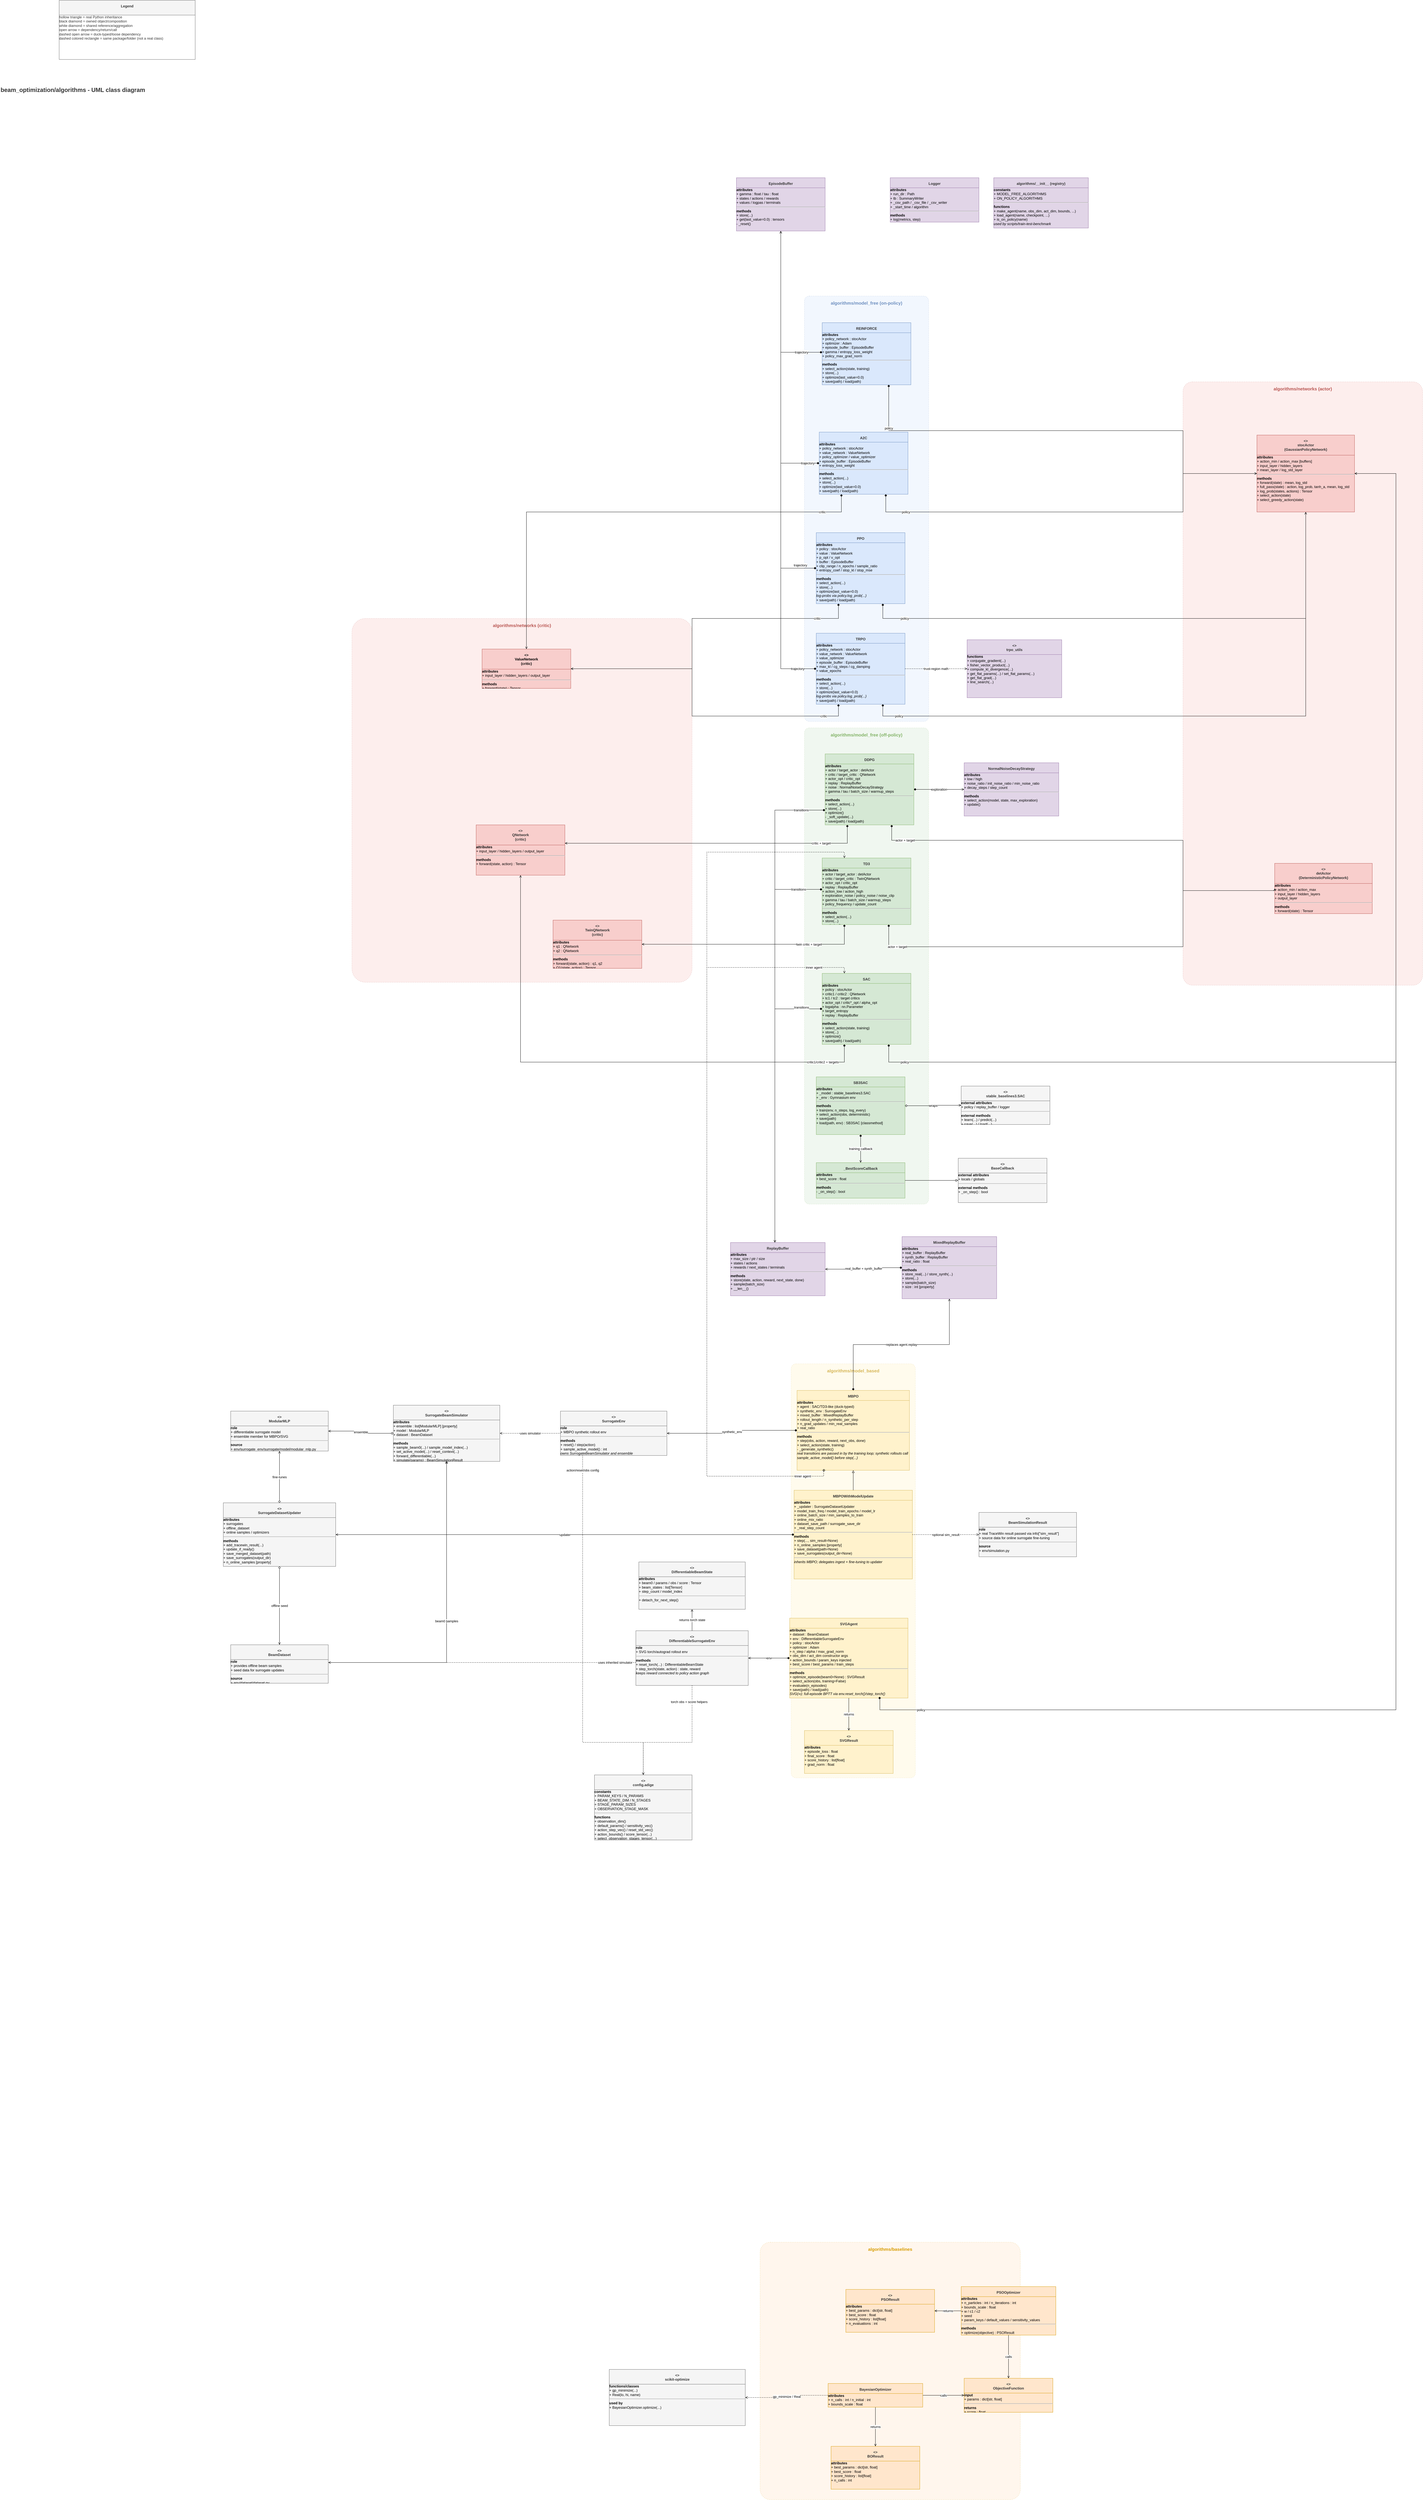
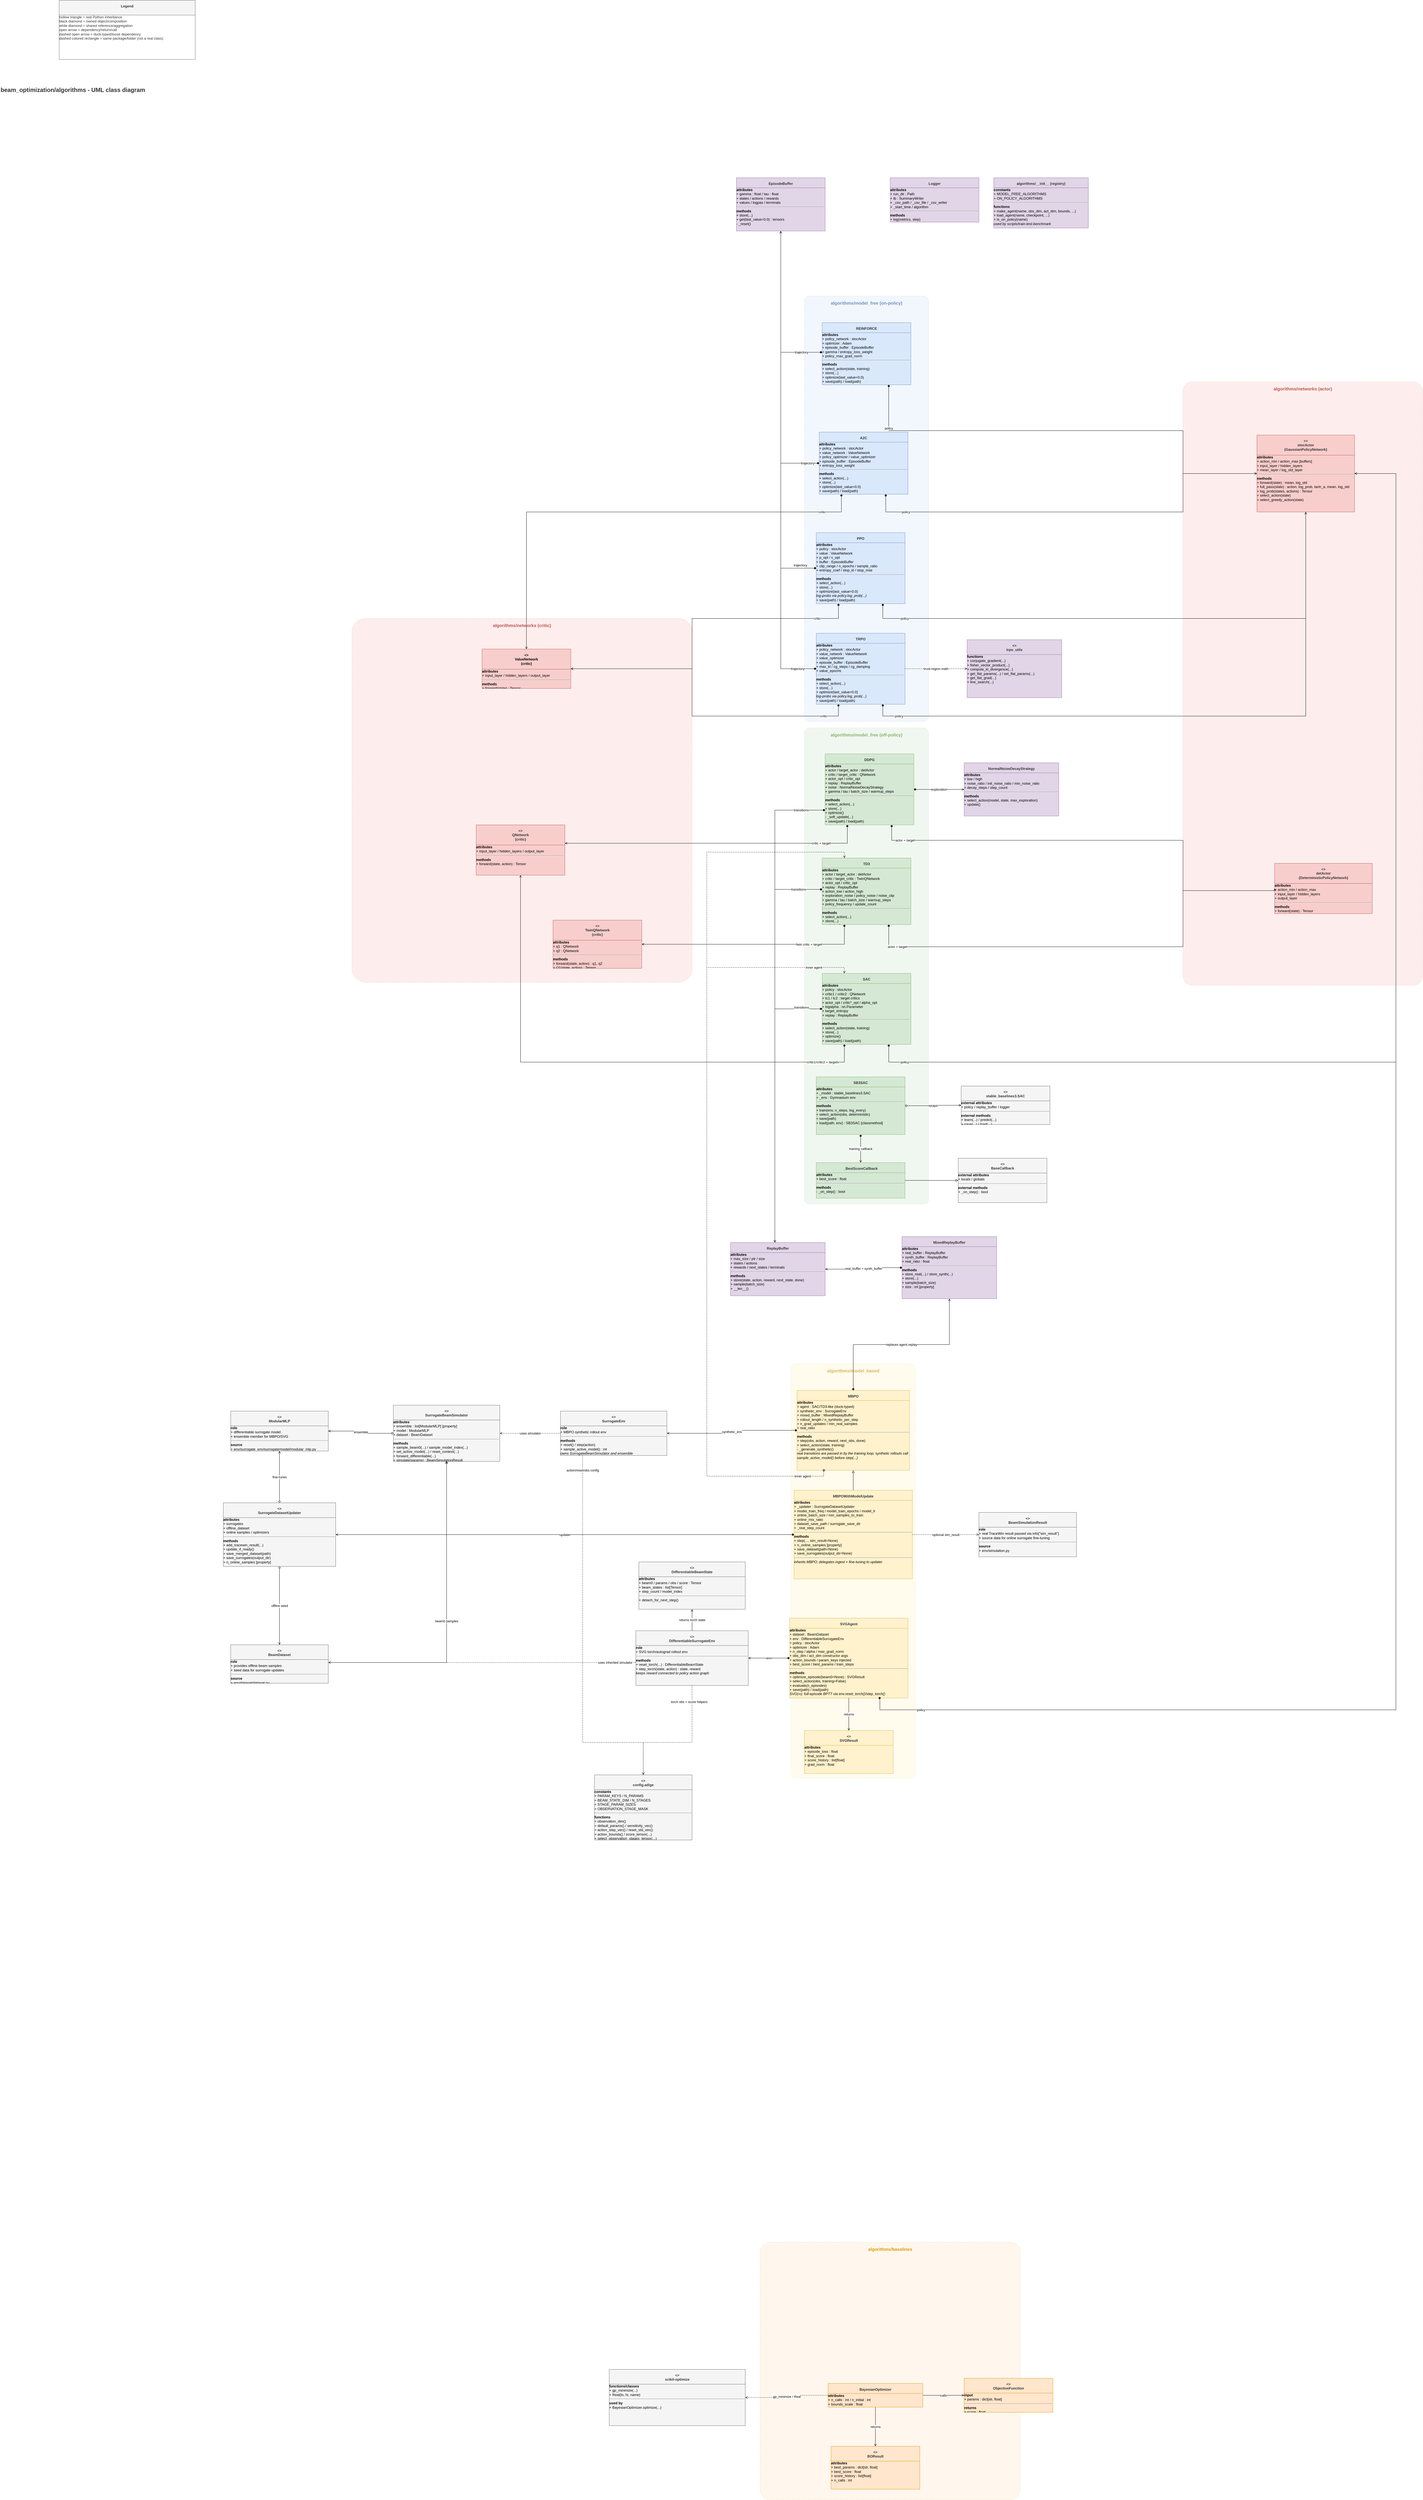
<mxfile host="65bd71144e">
    <diagram id="algorithms-class-diagram" name="Algorithms class diagram">
        <mxGraphModel dx="11288" dy="4932" grid="1" gridSize="10" guides="1" tooltips="1" connect="1" arrows="1" fold="1" page="1" pageScale="1" pageWidth="3900" pageHeight="2500" math="0" shadow="0">
            <root>
                <mxCell id="0"/>
                <mxCell id="1" parent="0"/>
                <mxCell id="title" value="beam_optimization/algorithms - UML class diagram" style="text;html=1;strokeColor=none;fillColor=none;align=left;verticalAlign=middle;fontSize=20;fontStyle=1;fontColor=#333333;" parent="1" vertex="1">
                    <mxGeometry x="-4440" y="-1030" width="900" height="44" as="geometry"/>
                </mxCell>
                <mxCell id="Legend" value="&lt;b&gt;Legend&lt;/b&gt;" style="swimlane;html=1;whiteSpace=wrap;collapsible=0;recursiveResize=0;childLayout=stackLayout;horizontal=1;startSize=50;align=center;verticalAlign=top;spacing=8;fontStyle=1;fillColor=#f5f5f5;strokeColor=#666666;fontSize=12;fontColor=#333333;" parent="1" vertex="1">
                    <mxGeometry x="-4240" y="-1310" width="460" height="200" as="geometry"/>
                </mxCell>
                <mxCell id="Legend_body" value="hollow triangle = real Python inheritance&lt;br&gt;black diamond = owned object/composition&lt;br&gt;white diamond = shared reference/aggregation&lt;br&gt;open arrow = dependency/return/call&lt;br&gt;dashed open arrow = duck-typed/loose dependency&lt;br&gt;dashed colored rectangle = same package/folder (not a real class)" style="text;html=1;strokeColor=none;fillColor=none;align=left;verticalAlign=top;whiteSpace=wrap;spacing=8;fontSize=12;overflow=fill;fontColor=#333333;" parent="Legend" vertex="1" connectable="0">
                    <mxGeometry y="50" width="460" height="150" as="geometry"/>
                </mxCell>
                <mxCell id="bg_critic" value="algorithms/networks  (critic)" style="rounded=1;whiteSpace=wrap;html=1;fillColor=#f8cecc;strokeColor=#b85450;opacity=35;verticalAlign=top;align=center;fontSize=15;fontStyle=1;fontColor=#b85450;dashed=1;arcSize=4;spacingTop=8;" parent="1" vertex="1">
                    <mxGeometry x="-3250" y="780" width="1150" height="1230" as="geometry"/>
                </mxCell>
                <mxCell id="bg_mf_on" value="algorithms/model_free  (on-policy)" style="rounded=1;whiteSpace=wrap;html=1;fillColor=#dae8fc;strokeColor=#6c8ebf;opacity=35;verticalAlign=top;align=center;fontSize=15;fontStyle=1;fontColor=#6c8ebf;dashed=1;arcSize=4;spacingTop=8;" parent="1" vertex="1">
                    <mxGeometry x="-1720" y="-310" width="420" height="1438" as="geometry"/>
                </mxCell>
                <mxCell id="bg_mf_off" value="algorithms/model_free  (off-policy)" style="rounded=1;whiteSpace=wrap;html=1;fillColor=#d5e8d4;strokeColor=#82b366;opacity=35;verticalAlign=top;align=center;fontSize=15;fontStyle=1;fontColor=#82b366;dashed=1;arcSize=4;spacingTop=8;" parent="1" vertex="1">
                    <mxGeometry x="-1720" y="1150" width="420" height="1610" as="geometry"/>
                </mxCell>
                <mxCell id="bg_mb" value="algorithms/model_based" style="rounded=1;whiteSpace=wrap;html=1;fillColor=#fff2cc;strokeColor=#d6b656;opacity=35;verticalAlign=top;align=center;fontSize=15;fontStyle=1;fontColor=#d6b656;dashed=1;arcSize=4;spacingTop=8;" parent="1" vertex="1">
                    <mxGeometry x="-1765" y="3300" width="420" height="1400" as="geometry"/>
                </mxCell>
                <mxCell id="bg_baselines" value="algorithms/baselines" style="rounded=1;whiteSpace=wrap;html=1;fillColor=#ffe6cc;strokeColor=#d79b00;opacity=35;verticalAlign=top;align=center;fontSize=15;fontStyle=1;fontColor=#d79b00;dashed=1;arcSize=4;spacingTop=8;" parent="1" vertex="1">
                    <mxGeometry x="-1870" y="6270" width="880" height="870" as="geometry"/>
                </mxCell>
                <mxCell id="bg_actor" value="algorithms/networks  (actor)" style="rounded=1;whiteSpace=wrap;html=1;fillColor=#f8cecc;strokeColor=#b85450;opacity=35;verticalAlign=top;align=center;fontSize=15;fontStyle=1;fontColor=#b85450;dashed=1;arcSize=4;spacingTop=8;" parent="1" vertex="1">
                    <mxGeometry x="-440" y="-20" width="810" height="2040" as="geometry"/>
                </mxCell>
                <mxCell id="ValueNetwork" value="&lt;&lt;torch.nn.Module&gt;&gt;&lt;br&gt;&lt;b&gt;ValueNetwork&lt;/b&gt;&lt;br&gt;(critic)" style="swimlane;html=1;whiteSpace=wrap;collapsible=0;recursiveResize=0;childLayout=stackLayout;horizontal=1;startSize=68;align=center;verticalAlign=top;spacing=8;fontStyle=1;fillColor=#f8cecc;strokeColor=#b85450;fontSize=12;" parent="1" vertex="1">
                    <mxGeometry x="-2810" y="883.5" width="300" height="133" as="geometry"/>
                </mxCell>
                <mxCell id="ValueNetwork_body" value="&lt;b&gt;attributes&lt;/b&gt;&lt;br&gt;+ input_layer / hidden_layers / output_layer&lt;br&gt;&lt;hr&gt;&lt;b&gt;methods&lt;/b&gt;&lt;br&gt;+ forward(state) : Tensor" style="text;html=1;strokeColor=#b85450;fillColor=#f8cecc;align=left;verticalAlign=top;whiteSpace=wrap;spacing=8;fontSize=12;overflow=fill;" parent="ValueNetwork" vertex="1" connectable="0">
                    <mxGeometry y="68" width="300" height="65" as="geometry"/>
                </mxCell>
                <mxCell id="QNetwork" value="&lt;&lt;torch.nn.Module&gt;&gt;&lt;br&gt;&lt;b&gt;QNetwork&lt;/b&gt;&lt;br&gt;(critic)" style="swimlane;html=1;whiteSpace=wrap;collapsible=0;recursiveResize=0;childLayout=stackLayout;horizontal=1;startSize=68;align=center;verticalAlign=top;spacing=8;fontStyle=1;fillColor=#f8cecc;strokeColor=#b85450;fontSize=12;fontColor=#333333;" parent="1" vertex="1">
                    <mxGeometry x="-2830" y="1478" width="300" height="170" as="geometry"/>
                </mxCell>
                <mxCell id="QNetwork_body" value="&lt;b&gt;attributes&lt;/b&gt;&lt;br&gt;+ input_layer / hidden_layers / output_layer&lt;br&gt;&lt;hr&gt;&lt;b&gt;methods&lt;/b&gt;&lt;br&gt;+ forward(state, action) : Tensor" style="text;html=1;strokeColor=#b85450;fillColor=#f8cecc;align=left;verticalAlign=top;whiteSpace=wrap;spacing=8;fontSize=12;overflow=fill;" parent="QNetwork" vertex="1" connectable="0">
                    <mxGeometry y="68" width="300" height="102" as="geometry"/>
                </mxCell>
                <mxCell id="TwinQNetwork" value="&lt;&lt;torch.nn.Module&gt;&gt;&lt;br&gt;&lt;b&gt;TwinQNetwork&lt;/b&gt;&lt;br&gt;(critic)" style="swimlane;html=1;whiteSpace=wrap;collapsible=0;recursiveResize=0;childLayout=stackLayout;horizontal=1;startSize=68;align=center;verticalAlign=top;spacing=8;fontStyle=1;fillColor=#f8cecc;strokeColor=#b85450;fontSize=12;fontColor=#333333;" parent="1" vertex="1">
                    <mxGeometry x="-2570" y="1800" width="300" height="163" as="geometry"/>
                </mxCell>
                <mxCell id="TwinQNetwork_body" value="&lt;b&gt;attributes&lt;/b&gt;&lt;br&gt;+ q1 : QNetwork&lt;br&gt;+ q2 : QNetwork&lt;br&gt;&lt;hr&gt;&lt;b&gt;methods&lt;/b&gt;&lt;br&gt;+ forward(state, action) : q1, q2&lt;br&gt;+ Q1(state, action) : Tensor" style="text;html=1;strokeColor=#b85450;fillColor=#f8cecc;align=left;verticalAlign=top;whiteSpace=wrap;spacing=8;fontSize=12;overflow=fill;" parent="TwinQNetwork" vertex="1" connectable="0">
                    <mxGeometry y="68" width="300" height="95" as="geometry"/>
                </mxCell>
                <mxCell id="REINFORCE" value="&lt;b&gt;REINFORCE&lt;/b&gt;" style="swimlane;html=1;whiteSpace=wrap;collapsible=0;recursiveResize=0;childLayout=stackLayout;horizontal=1;startSize=34;align=center;verticalAlign=top;spacing=8;fontStyle=1;fillColor=#dae8fc;strokeColor=#6c8ebf;fontSize=12;fontColor=#333333;" parent="1" vertex="1">
                    <mxGeometry x="-1660" y="-220" width="300" height="210" as="geometry"/>
                </mxCell>
                <mxCell id="REINFORCE_body" value="&lt;b&gt;attributes&lt;/b&gt;&lt;br&gt;+ policy_network : stocActor&lt;br&gt;+ optimizer : Adam&lt;br&gt;+ episode_buffer : EpisodeBuffer&lt;br&gt;+ gamma / entropy_loss_weight&lt;br&gt;+ policy_max_grad_norm&lt;br&gt;&lt;hr&gt;&lt;b&gt;methods&lt;/b&gt;&lt;br&gt;+ select_action(state, training)&lt;br&gt;+ store(...)&lt;br&gt;+ optimize(last_value=0.0)&lt;br&gt;+ save(path) / load(path)" style="text;html=1;strokeColor=#6c8ebf;fillColor=#dae8fc;align=left;verticalAlign=top;whiteSpace=wrap;spacing=8;fontSize=12;overflow=fill;" parent="REINFORCE" vertex="1" connectable="0">
                    <mxGeometry y="34" width="300" height="176" as="geometry"/>
                </mxCell>
                <mxCell id="A2C" value="&lt;b&gt;A2C&lt;/b&gt;" style="swimlane;html=1;whiteSpace=wrap;collapsible=0;recursiveResize=0;childLayout=stackLayout;horizontal=1;startSize=34;align=center;verticalAlign=top;spacing=8;fontStyle=1;fillColor=#dae8fc;strokeColor=#6c8ebf;fontSize=12;fontColor=#333333;" parent="1" vertex="1">
                    <mxGeometry x="-1670" y="150" width="300" height="210" as="geometry"/>
                </mxCell>
                <mxCell id="A2C_body" value="&lt;b&gt;attributes&lt;/b&gt;&lt;br&gt;+ policy_network : stocActor&lt;br&gt;+ value_network : ValueNetwork&lt;br&gt;+ policy_optimizer / value_optimizer&lt;br&gt;+ episode_buffer : EpisodeBuffer&lt;br&gt;+ entropy_loss_weight&lt;br&gt;&lt;hr&gt;&lt;b&gt;methods&lt;/b&gt;&lt;br&gt;+ select_action(...)&lt;br&gt;+ store(...)&lt;br&gt;+ optimize(last_value=0.0)&lt;br&gt;+ save(path) / load(path)" style="text;html=1;strokeColor=#6c8ebf;fillColor=#dae8fc;align=left;verticalAlign=top;whiteSpace=wrap;spacing=8;fontSize=12;overflow=fill;" parent="A2C" vertex="1" connectable="0">
                    <mxGeometry y="34" width="300" height="176" as="geometry"/>
                </mxCell>
                <mxCell id="PPO" value="&lt;b&gt;PPO&lt;/b&gt;" style="swimlane;html=1;whiteSpace=wrap;collapsible=0;recursiveResize=0;childLayout=stackLayout;horizontal=1;startSize=34;align=center;verticalAlign=top;spacing=8;fontStyle=1;fillColor=#dae8fc;strokeColor=#6c8ebf;fontSize=12;fontColor=#333333;" parent="1" vertex="1">
                    <mxGeometry x="-1680" y="490" width="300" height="240" as="geometry"/>
                </mxCell>
                <mxCell id="PPO_body" value="&lt;b&gt;attributes&lt;/b&gt;&lt;br&gt;+ policy : stocActor&lt;br&gt;+ value : ValueNetwork&lt;br&gt;+ p_opt / v_opt&lt;br&gt;+ buffer : EpisodeBuffer&lt;br&gt;+ clip_range / n_epochs / sample_ratio&lt;br&gt;+ entropy_coef / stop_kl / stop_mse&lt;br&gt;&lt;hr&gt;&lt;b&gt;methods&lt;/b&gt;&lt;br&gt;+ select_action(...)&lt;br&gt;+ store(...)&lt;br&gt;+ optimize(last_value=0.0)&lt;br&gt;&lt;i&gt;log-probs via policy.log_prob(...)&lt;/i&gt;&lt;br&gt;+ save(path) / load(path)" style="text;html=1;strokeColor=#6c8ebf;fillColor=#dae8fc;align=left;verticalAlign=top;whiteSpace=wrap;spacing=8;fontSize=12;overflow=fill;" parent="PPO" vertex="1" connectable="0">
                    <mxGeometry y="34" width="300" height="206" as="geometry"/>
                </mxCell>
                <mxCell id="TRPO" value="&lt;b&gt;TRPO&lt;/b&gt;" style="swimlane;html=1;whiteSpace=wrap;collapsible=0;recursiveResize=0;childLayout=stackLayout;horizontal=1;startSize=34;align=center;verticalAlign=top;spacing=8;fontStyle=1;fillColor=#dae8fc;strokeColor=#6c8ebf;fontSize=12;fontColor=#333333;" parent="1" vertex="1">
                    <mxGeometry x="-1680" y="830" width="300" height="240" as="geometry"/>
                </mxCell>
                <mxCell id="TRPO_body" value="&lt;b&gt;attributes&lt;/b&gt;&lt;br&gt;+ policy_network : stocActor&lt;br&gt;+ value_network : ValueNetwork&lt;br&gt;+ value_optimizer&lt;br&gt;+ episode_buffer : EpisodeBuffer&lt;br&gt;+ max_kl / cg_steps / cg_damping&lt;br&gt;+ value_epochs&lt;br&gt;&lt;hr&gt;&lt;b&gt;methods&lt;/b&gt;&lt;br&gt;+ select_action(...)&lt;br&gt;+ store(...)&lt;br&gt;+ optimize(last_value=0.0)&lt;br&gt;&lt;i&gt;log-probs via policy.log_prob(...)&lt;/i&gt;&lt;br&gt;+ save(path) / load(path)" style="text;html=1;strokeColor=#6c8ebf;fillColor=#dae8fc;align=left;verticalAlign=top;whiteSpace=wrap;spacing=8;fontSize=12;overflow=fill;" parent="TRPO" vertex="1" connectable="0">
                    <mxGeometry y="34" width="300" height="206" as="geometry"/>
                </mxCell>
                <mxCell id="DDPG" value="&lt;b&gt;DDPG&lt;/b&gt;" style="swimlane;html=1;whiteSpace=wrap;collapsible=0;recursiveResize=0;childLayout=stackLayout;horizontal=1;startSize=34;align=center;verticalAlign=top;spacing=8;fontStyle=1;fillColor=#d5e8d4;strokeColor=#82b366;fontSize=12;fontColor=#333333;" parent="1" vertex="1">
                    <mxGeometry x="-1650" y="1238" width="300" height="240" as="geometry"/>
                </mxCell>
                <mxCell id="DDPG_body" value="&lt;b&gt;attributes&lt;/b&gt;&lt;br&gt;+ actor / target_actor : detActor&lt;br&gt;+ critic / target_critic : QNetwork&lt;br&gt;+ actor_opt / critic_opt&lt;br&gt;+ replay : ReplayBuffer&lt;br&gt;+ noise : NormalNoiseDecayStrategy&lt;br&gt;+ gamma / tau / batch_size / warmup_steps&lt;br&gt;&lt;hr&gt;&lt;b&gt;methods&lt;/b&gt;&lt;br&gt;+ select_action(...)&lt;br&gt;+ store(...)&lt;br&gt;+ optimize()&lt;br&gt;- _soft_update(...)&lt;br&gt;+ save(path) / load(path)" style="text;html=1;strokeColor=#82b366;fillColor=#d5e8d4;align=left;verticalAlign=top;whiteSpace=wrap;spacing=8;fontSize=12;overflow=fill;" parent="DDPG" vertex="1" connectable="0">
                    <mxGeometry y="34" width="300" height="206" as="geometry"/>
                </mxCell>
                <mxCell id="TD3" value="&lt;b&gt;TD3&lt;/b&gt;" style="swimlane;html=1;whiteSpace=wrap;collapsible=0;recursiveResize=0;childLayout=stackLayout;horizontal=1;startSize=34;align=center;verticalAlign=top;spacing=8;fontStyle=1;fillColor=#d5e8d4;strokeColor=#82b366;fontSize=12;fontColor=#333333;" parent="1" vertex="1">
                    <mxGeometry x="-1660" y="1590" width="300" height="225" as="geometry"/>
                </mxCell>
                <mxCell id="TD3_body" value="&lt;b&gt;attributes&lt;/b&gt;&lt;br&gt;+ actor / target_actor : detActor&lt;br&gt;+ critic / target_critic : TwinQNetwork&lt;br&gt;+ actor_opt / critic_opt&lt;br&gt;+ replay : ReplayBuffer&lt;br&gt;+ action_low / action_high&lt;br&gt;+ exploration_noise / policy_noise / noise_clip&lt;br&gt;+ gamma / tau / batch_size / warmup_steps&lt;br&gt;+ policy_frequency / update_count&lt;br&gt;&lt;hr&gt;&lt;b&gt;methods&lt;/b&gt;&lt;br&gt;+ select_action(...)&lt;br&gt;+ store(...)&lt;br&gt;+ optimize()&lt;br&gt;+ save(path) / load(path)" style="text;html=1;strokeColor=#82b366;fillColor=#d5e8d4;align=left;verticalAlign=top;whiteSpace=wrap;spacing=8;fontSize=12;overflow=fill;" parent="TD3" vertex="1" connectable="0">
                    <mxGeometry y="34" width="300" height="191" as="geometry"/>
                </mxCell>
                <mxCell id="SAC" value="&lt;b&gt;SAC&lt;/b&gt;" style="swimlane;html=1;whiteSpace=wrap;collapsible=0;recursiveResize=0;childLayout=stackLayout;horizontal=1;startSize=34;align=center;verticalAlign=top;spacing=8;fontStyle=1;fillColor=#d5e8d4;strokeColor=#82b366;fontSize=12;fontColor=#333333;" parent="1" vertex="1">
                    <mxGeometry x="-1660" y="1980" width="300" height="240" as="geometry"/>
                </mxCell>
                <mxCell id="SAC_body" value="&lt;b&gt;attributes&lt;/b&gt;&lt;br&gt;+ policy : stocActor&lt;br&gt;+ critic1 / critic2 : QNetwork&lt;br&gt;+ tc1 / tc2 : target critics&lt;br&gt;+ actor_opt / critic*_opt / alpha_opt&lt;br&gt;+ logalpha : nn.Parameter&lt;br&gt;+ target_entropy&lt;br&gt;+ replay : ReplayBuffer&lt;br&gt;&lt;hr&gt;&lt;b&gt;methods&lt;/b&gt;&lt;br&gt;+ select_action(state, training)&lt;br&gt;+ store(...)&lt;br&gt;+ optimize()&lt;br&gt;+ save(path) / load(path)" style="text;html=1;strokeColor=#82b366;fillColor=#d5e8d4;align=left;verticalAlign=top;whiteSpace=wrap;spacing=8;fontSize=12;overflow=fill;" parent="SAC" vertex="1" connectable="0">
                    <mxGeometry y="34" width="300" height="206" as="geometry"/>
                </mxCell>
                <mxCell id="SB3SAC" value="&lt;b&gt;SB3SAC&lt;/b&gt;" style="swimlane;html=1;whiteSpace=wrap;collapsible=0;recursiveResize=0;childLayout=stackLayout;horizontal=1;startSize=34;align=center;verticalAlign=top;spacing=8;fontStyle=1;fillColor=#d5e8d4;strokeColor=#82b366;fontSize=12;fontColor=#333333;" parent="1" vertex="1">
                    <mxGeometry x="-1680" y="2330" width="300" height="195" as="geometry"/>
                </mxCell>
                <mxCell id="SB3SAC_body" value="&lt;b&gt;attributes&lt;/b&gt;&lt;br&gt;+ _model : stable_baselines3.SAC&lt;br&gt;+ _env : Gymnasium env&lt;br&gt;&lt;hr&gt;&lt;b&gt;methods&lt;/b&gt;&lt;br&gt;+ train(env, n_steps, log_every)&lt;br&gt;+ select_action(obs, deterministic)&lt;br&gt;+ save(path)&lt;br&gt;+ load(path, env) : SB3SAC [classmethod]" style="text;html=1;strokeColor=#82b366;fillColor=#d5e8d4;align=left;verticalAlign=top;whiteSpace=wrap;spacing=8;fontSize=12;overflow=fill;" parent="SB3SAC" vertex="1" connectable="0">
                    <mxGeometry y="34" width="300" height="161" as="geometry"/>
                </mxCell>
                <mxCell id="BestScoreCallback" value="&lt;b&gt;_BestScoreCallback&lt;/b&gt;" style="swimlane;html=1;whiteSpace=wrap;collapsible=0;recursiveResize=0;childLayout=stackLayout;horizontal=1;startSize=34;align=center;verticalAlign=top;spacing=8;fontStyle=1;fillColor=#d5e8d4;strokeColor=#82b366;fontSize=12;fontColor=#333333;" parent="1" vertex="1">
                    <mxGeometry x="-1680" y="2620" width="300" height="120" as="geometry"/>
                </mxCell>
                <mxCell id="BestScoreCallback_body" value="&lt;b&gt;attributes&lt;/b&gt;&lt;br&gt;+ best_score : float&lt;br&gt;&lt;hr&gt;&lt;b&gt;methods&lt;/b&gt;&lt;br&gt;- _on_step() : bool" style="text;html=1;strokeColor=#82b366;fillColor=#d5e8d4;align=left;verticalAlign=top;whiteSpace=wrap;spacing=8;fontSize=12;overflow=fill;" parent="BestScoreCallback" vertex="1" connectable="0">
                    <mxGeometry y="34" width="300" height="86" as="geometry"/>
                </mxCell>
                <mxCell id="StableBaselinesSAC" value="&lt;&lt;external&gt;&gt;&lt;br&gt;&lt;b&gt;stable_baselines3.SAC&lt;/b&gt;" style="swimlane;html=1;whiteSpace=wrap;collapsible=0;recursiveResize=0;childLayout=stackLayout;horizontal=1;startSize=50;align=center;verticalAlign=top;spacing=8;fontStyle=1;fillColor=#f5f5f5;strokeColor=#666666;fontSize=12;fontColor=#333333;" parent="1" vertex="1">
                    <mxGeometry x="-1190" y="2361" width="300" height="130" as="geometry"/>
                </mxCell>
                <mxCell id="StableBaselinesSAC_body" value="&lt;b&gt;external attributes&lt;/b&gt;&lt;br&gt;+ policy / replay_buffer / logger&lt;br&gt;&lt;hr&gt;&lt;b&gt;external methods&lt;/b&gt;&lt;br&gt;+ learn(...) / predict(...)&lt;br&gt;+ save(...) / load(...)" style="text;html=1;strokeColor=#666666;fillColor=#f5f5f5;align=left;verticalAlign=top;whiteSpace=wrap;spacing=8;fontSize=12;overflow=fill;" parent="StableBaselinesSAC" vertex="1" connectable="0">
                    <mxGeometry y="50" width="300" height="80" as="geometry"/>
                </mxCell>
                <mxCell id="BaseCallback" value="&lt;&lt;external&gt;&gt;&lt;br&gt;&lt;b&gt;BaseCallback&lt;/b&gt;" style="swimlane;html=1;whiteSpace=wrap;collapsible=0;recursiveResize=0;childLayout=stackLayout;horizontal=1;startSize=50;align=center;verticalAlign=top;spacing=8;fontStyle=1;fillColor=#f5f5f5;strokeColor=#666666;fontSize=12;fontColor=#333333;" parent="1" vertex="1">
                    <mxGeometry x="-1200" y="2605" width="300" height="150" as="geometry"/>
                </mxCell>
                <mxCell id="BaseCallback_body" value="&lt;b&gt;external attributes&lt;/b&gt;&lt;br&gt;+ locals / globals&lt;br&gt;&lt;hr&gt;&lt;b&gt;external methods&lt;/b&gt;&lt;br&gt;+ _on_step() : bool" style="text;html=1;strokeColor=#666666;fillColor=#f5f5f5;align=left;verticalAlign=top;whiteSpace=wrap;spacing=8;fontSize=12;overflow=fill;" parent="BaseCallback" vertex="1" connectable="0">
                    <mxGeometry y="50" width="300" height="100" as="geometry"/>
                </mxCell>
                <mxCell id="EpisodeBuffer" value="&lt;b&gt;EpisodeBuffer&lt;/b&gt;" style="swimlane;html=1;whiteSpace=wrap;collapsible=0;recursiveResize=0;childLayout=stackLayout;horizontal=1;startSize=34;align=center;verticalAlign=top;spacing=8;fontStyle=1;fillColor=#e1d5e7;strokeColor=#9673a6;fontSize=12;fontColor=#333333;" parent="1" vertex="1">
                    <mxGeometry x="-1950" y="-710" width="300" height="180" as="geometry"/>
                </mxCell>
                <mxCell id="EpisodeBuffer_body" value="&lt;b&gt;attributes&lt;/b&gt;&lt;br&gt;+ gamma : float / tau : float&lt;br&gt;+ states / actions / rewards&lt;br&gt;+ values / logpas / terminals&lt;br&gt;&lt;hr&gt;&lt;b&gt;methods&lt;/b&gt;&lt;br&gt;+ store(...)&lt;br&gt;+ get(last_value=0.0) : tensors&lt;br&gt;- _reset()" style="text;html=1;strokeColor=#9673a6;fillColor=#e1d5e7;align=left;verticalAlign=top;whiteSpace=wrap;spacing=8;fontSize=12;overflow=fill;" parent="EpisodeBuffer" vertex="1" connectable="0">
                    <mxGeometry y="34" width="300" height="146" as="geometry"/>
                </mxCell>
                <mxCell id="ReplayBuffer" value="&lt;b&gt;ReplayBuffer&lt;/b&gt;" style="swimlane;html=1;whiteSpace=wrap;collapsible=0;recursiveResize=0;childLayout=stackLayout;horizontal=1;startSize=34;align=center;verticalAlign=top;spacing=8;fontStyle=1;fillColor=#e1d5e7;strokeColor=#9673a6;fontSize=12;fontColor=#333333;" parent="1" vertex="1">
                    <mxGeometry x="-1970" y="2890" width="320" height="180" as="geometry"/>
                </mxCell>
                <mxCell id="ReplayBuffer_body" value="&lt;b&gt;attributes&lt;/b&gt;&lt;br&gt;+ max_size / ptr / size&lt;br&gt;+ states / actions&lt;br&gt;+ rewards / next_states / terminals&lt;br&gt;&lt;hr&gt;&lt;b&gt;methods&lt;/b&gt;&lt;br&gt;+ store(state, action, reward, next_state, done)&lt;br&gt;+ sample(batch_size)&lt;br&gt;+ __len__()" style="text;html=1;strokeColor=#9673a6;fillColor=#e1d5e7;align=left;verticalAlign=top;whiteSpace=wrap;spacing=8;fontSize=12;overflow=fill;" parent="ReplayBuffer" vertex="1" connectable="0">
                    <mxGeometry y="34" width="320" height="146" as="geometry"/>
                </mxCell>
                <mxCell id="MixedReplayBuffer" value="&lt;b&gt;MixedReplayBuffer&lt;/b&gt;" style="swimlane;html=1;whiteSpace=wrap;collapsible=0;recursiveResize=0;childLayout=stackLayout;horizontal=1;startSize=34;align=center;verticalAlign=top;spacing=8;fontStyle=1;fillColor=#e1d5e7;strokeColor=#9673a6;fontSize=12;fontColor=#333333;" parent="1" vertex="1">
                    <mxGeometry x="-1390" y="2870" width="320" height="210" as="geometry"/>
                </mxCell>
                <mxCell id="MixedReplayBuffer_body" value="&lt;b&gt;attributes&lt;/b&gt;&lt;br&gt;+ real_buffer : ReplayBuffer&lt;br&gt;+ synth_buffer : ReplayBuffer&lt;br&gt;+ real_ratio : float&lt;br&gt;&lt;hr&gt;&lt;b&gt;methods&lt;/b&gt;&lt;br&gt;+ store_real(...) / store_synth(...)&lt;br&gt;+ store(...)&lt;br&gt;+ sample(batch_size)&lt;br&gt;+ size : int [property]" style="text;html=1;strokeColor=#9673a6;fillColor=#e1d5e7;align=left;verticalAlign=top;whiteSpace=wrap;spacing=8;fontSize=12;overflow=fill;" parent="MixedReplayBuffer" vertex="1" connectable="0">
                    <mxGeometry y="34" width="320" height="176" as="geometry"/>
                </mxCell>
                <mxCell id="NormalNoiseDecayStrategy" value="&lt;b&gt;NormalNoiseDecayStrategy&lt;/b&gt;" style="swimlane;html=1;whiteSpace=wrap;collapsible=0;recursiveResize=0;childLayout=stackLayout;horizontal=1;startSize=34;align=center;verticalAlign=top;spacing=8;fontStyle=1;fillColor=#e1d5e7;strokeColor=#9673a6;fontSize=12;fontColor=#333333;" parent="1" vertex="1">
                    <mxGeometry x="-1180" y="1268" width="320" height="180" as="geometry"/>
                </mxCell>
                <mxCell id="NormalNoiseDecayStrategy_body" value="&lt;b&gt;attributes&lt;/b&gt;&lt;br&gt;+ low / high&lt;br&gt;+ noise_ratio / init_noise_ratio / min_noise_ratio&lt;br&gt;+ decay_steps / step_count&lt;br&gt;&lt;hr&gt;&lt;b&gt;methods&lt;/b&gt;&lt;br&gt;+ select_action(model, state, max_exploration)&lt;br&gt;+ update()" style="text;html=1;strokeColor=#9673a6;fillColor=#e1d5e7;align=left;verticalAlign=top;whiteSpace=wrap;spacing=8;fontSize=12;overflow=fill;" parent="NormalNoiseDecayStrategy" vertex="1" connectable="0">
                    <mxGeometry y="34" width="320" height="146" as="geometry"/>
                </mxCell>
                <mxCell id="TRPOUtils" value="&lt;&lt;module&gt;&gt;&lt;br&gt;&lt;b&gt;trpo_utils&lt;/b&gt;" style="swimlane;html=1;whiteSpace=wrap;collapsible=0;recursiveResize=0;childLayout=stackLayout;horizontal=1;startSize=50;align=center;verticalAlign=top;spacing=8;fontStyle=1;fillColor=#e1d5e7;strokeColor=#9673a6;fontSize=12;fontColor=#333333;" parent="1" vertex="1">
                    <mxGeometry x="-1170" y="852" width="320" height="196" as="geometry"/>
                </mxCell>
                <mxCell id="TRPOUtils_body" value="&lt;b&gt;functions&lt;/b&gt;&lt;br&gt;+ conjugate_gradient(...)&lt;br&gt;+ fisher_vector_product(...)&lt;br&gt;+ compute_kl_divergence(...)&lt;br&gt;+ get_flat_params(...) / set_flat_params(...)&lt;br&gt;+ get_flat_grad(...)&lt;br&gt;+ line_search(...)" style="text;html=1;strokeColor=#9673a6;fillColor=#e1d5e7;align=left;verticalAlign=top;whiteSpace=wrap;spacing=8;fontSize=12;overflow=fill;" parent="TRPOUtils" vertex="1" connectable="0">
                    <mxGeometry y="50" width="320" height="146" as="geometry"/>
                </mxCell>
                <mxCell id="Logger" value="&lt;b&gt;Logger&lt;/b&gt;" style="swimlane;html=1;whiteSpace=wrap;collapsible=0;recursiveResize=0;childLayout=stackLayout;horizontal=1;startSize=34;align=center;verticalAlign=top;spacing=8;fontStyle=1;fillColor=#e1d5e7;strokeColor=#9673a6;fontSize=12;fontColor=#333333;" parent="1" vertex="1">
                    <mxGeometry x="-1430" y="-710" width="300" height="150" as="geometry"/>
                </mxCell>
                <mxCell id="Logger_body" value="&lt;b&gt;attributes&lt;/b&gt;&lt;br&gt;+ run_dir : Path&lt;br&gt;+ tb : SummaryWriter&lt;br&gt;+ _csv_path / _csv_file / _csv_writer&lt;br&gt;+ _start_time / algorithm&lt;br&gt;&lt;hr&gt;&lt;b&gt;methods&lt;/b&gt;&lt;br&gt;+ log(metrics, step)&lt;br&gt;+ close()" style="text;html=1;strokeColor=#9673a6;fillColor=#e1d5e7;align=left;verticalAlign=top;whiteSpace=wrap;spacing=8;fontSize=12;overflow=fill;" parent="Logger" vertex="1" connectable="0">
                    <mxGeometry y="34" width="300" height="116" as="geometry"/>
                </mxCell>
                <mxCell id="MBPO" value="&lt;b&gt;MBPO&lt;/b&gt;" style="swimlane;html=1;whiteSpace=wrap;collapsible=0;recursiveResize=0;childLayout=stackLayout;horizontal=1;startSize=34;align=center;verticalAlign=top;spacing=8;fontStyle=1;fillColor=#fff2cc;strokeColor=#d6b656;fontSize=12;fontColor=#333333;" parent="1" vertex="1">
                    <mxGeometry x="-1745" y="3390" width="380" height="270" as="geometry"/>
                </mxCell>
                <mxCell id="MBPO_body" value="&lt;b&gt;attributes&lt;/b&gt;&lt;br&gt;+ agent : SAC/TD3-like (duck-typed)&lt;br&gt;+ synthetic_env : SurrogateEnv&lt;br&gt;+ mixed_buffer : MixedReplayBuffer&lt;br&gt;+ rollout_length / n_synthetic_per_step&lt;br&gt;+ n_grad_updates / min_real_samples&lt;br&gt;+ real_ratio&lt;br&gt;&lt;hr&gt;&lt;b&gt;methods&lt;/b&gt;&lt;br&gt;+ step(obs, action, reward, next_obs, done)&lt;br&gt;+ select_action(state, training)&lt;br&gt;- _generate_synthetic()&lt;br&gt;&lt;i&gt;real transitions are passed in by the training loop; synthetic rollouts call sample_active_model() before step(...)&lt;/i&gt;" style="text;html=1;strokeColor=#d6b656;fillColor=#fff2cc;align=left;verticalAlign=top;whiteSpace=wrap;spacing=8;fontSize=12;overflow=fill;" parent="MBPO" vertex="1" connectable="0">
                    <mxGeometry y="34" width="380" height="236" as="geometry"/>
                </mxCell>
                <mxCell id="MBPOWithModelUpdate" value="&lt;b&gt;MBPOWithModelUpdate&lt;/b&gt;" style="swimlane;html=1;whiteSpace=wrap;collapsible=0;recursiveResize=0;childLayout=stackLayout;horizontal=1;startSize=34;align=center;verticalAlign=top;spacing=8;fontStyle=1;fillColor=#fff2cc;strokeColor=#d6b656;fontSize=12;fontColor=#333333;" parent="1" vertex="1">
                    <mxGeometry x="-1755" y="3727.5" width="400" height="300" as="geometry"/>
                </mxCell>
                <mxCell id="MBPOWithModelUpdate_body" value="&lt;b&gt;attributes&lt;/b&gt;&lt;br&gt;+ _updater : SurrogateDatasetUpdater&lt;br&gt;+ model_train_freq / model_train_epochs / model_lr&lt;br&gt;+ online_batch_size / min_samples_to_train&lt;br&gt;+ online_mix_ratio&lt;br&gt;+ dataset_save_path / surrogate_save_dir&lt;br&gt;+ _real_step_count&lt;br&gt;&lt;hr&gt;&lt;b&gt;methods&lt;/b&gt;&lt;br&gt;+ step(..., sim_result=None)&lt;br&gt;+ n_online_samples [property]&lt;br&gt;+ save_dataset(path=None)&lt;br&gt;+ save_surrogates(output_dir=None)&lt;br&gt;&lt;hr&gt;&lt;i&gt;inherits MBPO; delegates ingest + fine-tuning to updater&lt;/i&gt;" style="text;html=1;strokeColor=#d6b656;fillColor=#fff2cc;align=left;verticalAlign=top;whiteSpace=wrap;spacing=8;fontSize=12;overflow=fill;" parent="MBPOWithModelUpdate" vertex="1" connectable="0">
                    <mxGeometry y="34" width="400" height="266" as="geometry"/>
                </mxCell>
                <mxCell id="SVGAgent" value="&lt;b&gt;SVGAgent&lt;/b&gt;" style="swimlane;html=1;whiteSpace=wrap;collapsible=0;recursiveResize=0;childLayout=stackLayout;horizontal=1;startSize=34;align=center;verticalAlign=top;spacing=8;fontStyle=1;fillColor=#fff2cc;strokeColor=#d6b656;fontSize=12;fontColor=#333333;" parent="1" vertex="1">
                    <mxGeometry x="-1770" y="4160" width="400" height="270" as="geometry"/>
                </mxCell>
                <mxCell id="SVGAgent_body" value="&lt;b&gt;attributes&lt;/b&gt;&lt;br&gt;+ dataset : BeamDataset&lt;br&gt;+ env : DifferentiableSurrogateEnv&lt;br&gt;+ policy : stocActor&lt;br&gt;+ optimizer : Adam&lt;br&gt;+ n_step / alpha / max_grad_norm&lt;br&gt;+ obs_dim / act_dim constructor args&lt;br&gt;+ action_bounds / param_keys injected&lt;br&gt;+ best_score / best_params / train_steps&lt;br&gt;&lt;hr&gt;&lt;b&gt;methods&lt;/b&gt;&lt;br&gt;+ optimize_episode(beam0=None) : SVGResult&lt;br&gt;+ select_action(obs, training=False)&lt;br&gt;+ evaluate(n_episodes)&lt;br&gt;+ save(path) / load(path)&lt;br&gt;&lt;i&gt;SVG(&amp;#8734;): full-episode BPTT via env.reset_torch()/step_torch()&lt;/i&gt;" style="text;html=1;strokeColor=#d6b656;fillColor=#fff2cc;align=left;verticalAlign=top;whiteSpace=wrap;spacing=8;fontSize=12;overflow=fill;" parent="SVGAgent" vertex="1" connectable="0">
                    <mxGeometry y="34" width="400" height="236" as="geometry"/>
                </mxCell>
                <mxCell id="SVGResult" value="&lt;&lt;dataclass&gt;&gt;&lt;br&gt;&lt;b&gt;SVGResult&lt;/b&gt;" style="swimlane;html=1;whiteSpace=wrap;collapsible=0;recursiveResize=0;childLayout=stackLayout;horizontal=1;startSize=50;align=center;verticalAlign=top;spacing=8;fontStyle=1;fillColor=#fff2cc;strokeColor=#d6b656;fontSize=12;fontColor=#333333;" parent="1" vertex="1">
                    <mxGeometry x="-1720" y="4540" width="300" height="145" as="geometry"/>
                </mxCell>
                <mxCell id="SVGResult_body" value="&lt;b&gt;attributes&lt;/b&gt;&lt;br&gt;+ episode_loss : float&lt;br&gt;+ final_score : float&lt;br&gt;+ score_history : list[float]&lt;br&gt;+ grad_norm : float" style="text;html=1;strokeColor=#d6b656;fillColor=#fff2cc;align=left;verticalAlign=top;whiteSpace=wrap;spacing=8;fontSize=12;overflow=fill;" parent="SVGResult" vertex="1" connectable="0">
                    <mxGeometry y="50" width="300" height="95" as="geometry"/>
                </mxCell>
-                 <mxCell id="PSOOptimizer" value="&lt;b&gt;PSOOptimizer&lt;/b&gt;" style="swimlane;html=1;whiteSpace=wrap;collapsible=0;recursiveResize=0;childLayout=stackLayout;horizontal=1;startSize=34;align=center;verticalAlign=top;spacing=8;fontStyle=1;fillColor=#ffe6cc;strokeColor=#d79b00;fontSize=12;fontColor=#333333;" parent="1" vertex="1">
-                     <mxGeometry x="-1190" y="6420" width="320" height="164" as="geometry"/>
-                 </mxCell>
-                 <mxCell id="PSOOptimizer_body" value="&lt;b&gt;attributes&lt;/b&gt;&lt;br&gt;+ n_particles : int / n_iterations : int&lt;br&gt;+ bounds_scale : float&lt;br&gt;+ w / c1 / c2&lt;br&gt;+ seed&lt;br&gt;+ param_keys / default_values / sensitivity_values&lt;br&gt;&lt;hr&gt;&lt;b&gt;methods&lt;/b&gt;&lt;br&gt;+ optimize(objective) : PSOResult" style="text;html=1;strokeColor=#d79b00;fillColor=#ffe6cc;align=left;verticalAlign=top;whiteSpace=wrap;spacing=8;fontSize=12;overflow=fill;" parent="PSOOptimizer" vertex="1" connectable="0">
-                     <mxGeometry y="34" width="320" height="130" as="geometry"/>
-                 </mxCell>
-                 <mxCell id="PSOResult" value="&lt;&lt;dataclass&gt;&gt;&lt;br&gt;&lt;b&gt;PSOResult&lt;/b&gt;" style="swimlane;html=1;whiteSpace=wrap;collapsible=0;recursiveResize=0;childLayout=stackLayout;horizontal=1;startSize=50;align=center;verticalAlign=top;spacing=8;fontStyle=1;fillColor=#ffe6cc;strokeColor=#d79b00;fontSize=12;fontColor=#333333;" parent="1" vertex="1">
-                     <mxGeometry x="-1580" y="6429.5" width="300" height="145" as="geometry"/>
-                 </mxCell>
-                 <mxCell id="PSOResult_body" value="&lt;b&gt;attributes&lt;/b&gt;&lt;br&gt;+ best_params : dict[str, float]&lt;br&gt;+ best_score : float&lt;br&gt;+ score_history : list[float]&lt;br&gt;+ n_evaluations : int" style="text;html=1;strokeColor=#d79b00;fillColor=#ffe6cc;align=left;verticalAlign=top;whiteSpace=wrap;spacing=8;fontSize=12;overflow=fill;" parent="PSOResult" vertex="1" connectable="0">
-                     <mxGeometry y="50" width="300" height="95" as="geometry"/>
-                 </mxCell>
                <mxCell id="BOResult" value="&lt;&lt;dataclass&gt;&gt;&lt;br&gt;&lt;b&gt;BOResult&lt;/b&gt;" style="swimlane;html=1;whiteSpace=wrap;collapsible=0;recursiveResize=0;childLayout=stackLayout;horizontal=1;startSize=50;align=center;verticalAlign=top;spacing=8;fontStyle=1;fillColor=#ffe6cc;strokeColor=#d79b00;fontSize=12;fontColor=#333333;" parent="1" vertex="1">
                    <mxGeometry x="-1630" y="6960" width="300" height="145" as="geometry"/>
                </mxCell>
                <mxCell id="BOResult_body" value="&lt;b&gt;attributes&lt;/b&gt;&lt;br&gt;+ best_params : dict[str, float]&lt;br&gt;+ best_score : float&lt;br&gt;+ score_history : list[float]&lt;br&gt;+ n_calls : int" style="text;html=1;strokeColor=#d79b00;fillColor=#ffe6cc;align=left;verticalAlign=top;whiteSpace=wrap;spacing=8;fontSize=12;overflow=fill;" parent="BOResult" vertex="1" connectable="0">
                    <mxGeometry y="50" width="300" height="95" as="geometry"/>
                </mxCell>
                <mxCell id="ObjectiveFunction" value="&lt;&lt;callable&gt;&gt;&lt;br&gt;&lt;b&gt;ObjectiveFunction&lt;/b&gt;" style="swimlane;html=1;whiteSpace=wrap;collapsible=0;recursiveResize=0;childLayout=stackLayout;horizontal=1;startSize=50;align=center;verticalAlign=top;spacing=8;fontStyle=1;fillColor=#ffe6cc;strokeColor=#d79b00;fontSize=12;fontColor=#333333;" parent="1" vertex="1">
                    <mxGeometry x="-1180" y="6730" width="300" height="115" as="geometry"/>
                </mxCell>
                <mxCell id="ObjectiveFunction_body" value="&lt;b&gt;input&lt;/b&gt;&lt;br&gt;+ params : dict[str, float]&lt;br&gt;&lt;hr&gt;&lt;b&gt;returns&lt;/b&gt;&lt;br&gt;+ score : float" style="text;html=1;strokeColor=#d79b00;fillColor=#ffe6cc;align=left;verticalAlign=top;whiteSpace=wrap;spacing=8;fontSize=12;overflow=fill;" parent="ObjectiveFunction" vertex="1" connectable="0">
                    <mxGeometry y="50" width="300" height="65" as="geometry"/>
                </mxCell>
                <mxCell id="Skopt" value="&lt;&lt;external&gt;&gt;&lt;br&gt;&lt;b&gt;scikit-optimize&lt;/b&gt;" style="swimlane;html=1;whiteSpace=wrap;collapsible=0;recursiveResize=0;childLayout=stackLayout;horizontal=1;startSize=50;align=center;verticalAlign=top;spacing=8;fontStyle=1;fillColor=#f5f5f5;strokeColor=#666666;fontSize=12;fontColor=#333333;" parent="1" vertex="1">
                    <mxGeometry x="-2380" y="6700" width="460" height="190" as="geometry"/>
                </mxCell>
                <mxCell id="Skopt_body" value="&lt;b&gt;functions/classes&lt;/b&gt;&lt;br&gt;+ gp_minimize(...)&lt;br&gt;+ Real(lo, hi, name)&lt;hr&gt;&lt;b&gt;used by&lt;/b&gt;&lt;br&gt;+ BayesianOptimizer.optimize(...)" style="text;html=1;strokeColor=#666666;fillColor=#f5f5f5;align=left;verticalAlign=top;whiteSpace=wrap;spacing=8;fontSize=12;overflow=fill;" parent="Skopt" vertex="1" connectable="0">
                    <mxGeometry y="50" width="460" height="140" as="geometry"/>
                </mxCell>
                <mxCell id="SurrogateBeamSimulator" value="&lt;&lt;external env&gt;&gt;&lt;br&gt;&lt;b&gt;SurrogateBeamSimulator&lt;/b&gt;" style="swimlane;html=1;whiteSpace=wrap;collapsible=0;recursiveResize=0;childLayout=stackLayout;horizontal=1;startSize=50;align=center;verticalAlign=top;spacing=8;fontStyle=1;fillColor=#f5f5f5;strokeColor=#666666;fontSize=12;fontColor=#333333;" parent="1" vertex="1">
                    <mxGeometry x="-3110" y="3440" width="360" height="190" as="geometry"/>
                </mxCell>
                <mxCell id="SurrogateBeamSimulator_body" value="&lt;b&gt;attributes&lt;/b&gt;&lt;br&gt;+ ensemble : list[ModularMLP] [property]&lt;br&gt;+ model : ModularMLP&lt;br&gt;+ dataset : BeamDataset&lt;br&gt;&lt;hr&gt;&lt;b&gt;methods&lt;/b&gt;&lt;br&gt;+ sample_beam0(...) / sample_model_index(...)&lt;br&gt;+ set_active_model(...) / reset_context(...)&lt;br&gt;+ forward_differentiable(...)&lt;br&gt;+ simulate(params) : BeamSimulationResult" style="text;html=1;strokeColor=#666666;fillColor=#f5f5f5;align=left;verticalAlign=top;whiteSpace=wrap;spacing=8;fontSize=12;overflow=fill;" parent="SurrogateBeamSimulator" vertex="1" connectable="0">
                    <mxGeometry y="50" width="360" height="140" as="geometry"/>
                </mxCell>
                <mxCell id="SurrogateEnv" value="&lt;&lt;external env&gt;&gt;&lt;br&gt;&lt;b&gt;SurrogateEnv&lt;/b&gt;" style="swimlane;html=1;whiteSpace=wrap;collapsible=0;recursiveResize=0;childLayout=stackLayout;horizontal=1;startSize=50;align=center;verticalAlign=top;spacing=8;fontStyle=1;fillColor=#f5f5f5;strokeColor=#666666;fontSize=12;fontColor=#333333;" parent="1" vertex="1">
                    <mxGeometry x="-2545" y="3460" width="360" height="150" as="geometry"/>
                </mxCell>
                <mxCell id="SurrogateEnv_body" value="&lt;b&gt;role&lt;/b&gt;&lt;br&gt;+ MBPO synthetic rollout env&lt;br&gt;&lt;hr&gt;&lt;b&gt;methods&lt;/b&gt;&lt;br&gt;+ reset() / step(action)&lt;br&gt;+ sample_active_model() : int&lt;br&gt;&lt;i&gt;owns SurrogateBeamSimulator and ensemble&lt;/i&gt;" style="text;html=1;strokeColor=#666666;fillColor=#f5f5f5;align=left;verticalAlign=top;whiteSpace=wrap;spacing=8;fontSize=12;overflow=fill;" parent="SurrogateEnv" vertex="1" connectable="0">
                    <mxGeometry y="50" width="360" height="100" as="geometry"/>
                </mxCell>
                <mxCell id="DifferentiableSurrogateEnv" value="&lt;&lt;external env&gt;&gt;&lt;br&gt;&lt;b&gt;DifferentiableSurrogateEnv&lt;/b&gt;" style="swimlane;html=1;whiteSpace=wrap;collapsible=0;recursiveResize=0;childLayout=stackLayout;horizontal=1;startSize=50;align=center;verticalAlign=top;spacing=8;fontStyle=1;fillColor=#f5f5f5;strokeColor=#666666;fontSize=12;fontColor=#333333;" parent="1" vertex="1">
                    <mxGeometry x="-2290" y="4202.5" width="380" height="185" as="geometry"/>
                </mxCell>
                <mxCell id="DifferentiableSurrogateEnv_body" value="&lt;b&gt;role&lt;/b&gt;&lt;br&gt;+ SVG torch/autograd rollout env&lt;br&gt;&lt;hr&gt;&lt;b&gt;methods&lt;/b&gt;&lt;br&gt;+ reset_torch(...) : DifferentiableBeamState&lt;br&gt;+ step_torch(state, action) : state, reward&lt;br&gt;&lt;i&gt;keeps reward connected to policy action graph&lt;/i&gt;" style="text;html=1;strokeColor=#666666;fillColor=#f5f5f5;align=left;verticalAlign=top;whiteSpace=wrap;spacing=8;fontSize=12;overflow=fill;" parent="DifferentiableSurrogateEnv" vertex="1" connectable="0">
                    <mxGeometry y="50" width="380" height="135" as="geometry"/>
                </mxCell>
                <mxCell id="DifferentiableBeamState" value="&lt;&lt;external env dataclass&gt;&gt;&lt;br&gt;&lt;b&gt;DifferentiableBeamState&lt;/b&gt;" style="swimlane;html=1;whiteSpace=wrap;collapsible=0;recursiveResize=0;childLayout=stackLayout;horizontal=1;startSize=50;align=center;verticalAlign=top;spacing=8;fontStyle=1;fillColor=#f5f5f5;strokeColor=#666666;fontSize=12;fontColor=#333333;" parent="1" vertex="1">
                    <mxGeometry x="-2280" y="3970" width="360" height="160" as="geometry"/>
                </mxCell>
                <mxCell id="DifferentiableBeamState_body" value="&lt;b&gt;attributes&lt;/b&gt;&lt;br&gt;+ beam0 / params / obs / score : Tensor&lt;br&gt;+ beam_states : list[Tensor]&lt;br&gt;+ step_count / model_index&lt;br&gt;&lt;hr&gt;+ detach_for_next_step()" style="text;html=1;strokeColor=#666666;fillColor=#f5f5f5;align=left;verticalAlign=top;whiteSpace=wrap;spacing=8;fontSize=12;overflow=fill;" parent="DifferentiableBeamState" vertex="1" connectable="0">
                    <mxGeometry y="50" width="360" height="110" as="geometry"/>
                </mxCell>
                <mxCell id="ModularMLP" value="&lt;&lt;external env&gt;&gt;&lt;br&gt;&lt;b&gt;ModularMLP&lt;/b&gt;" style="swimlane;html=1;whiteSpace=wrap;collapsible=0;recursiveResize=0;childLayout=stackLayout;horizontal=1;startSize=50;align=center;verticalAlign=top;spacing=8;fontStyle=1;fillColor=#f5f5f5;strokeColor=#666666;fontSize=12;fontColor=#333333;" parent="1" vertex="1">
                    <mxGeometry x="-3660" y="3460" width="330" height="135" as="geometry"/>
                </mxCell>
                <mxCell id="ModularMLP_body" value="&lt;b&gt;role&lt;/b&gt;&lt;br&gt;+ differentiable surrogate model&lt;br&gt;+ ensemble member for MBPO/SVG&lt;hr&gt;&lt;b&gt;source&lt;/b&gt;&lt;br&gt;+ env/surrogate_env/surrogate/model/modular_mlp.py" style="text;html=1;strokeColor=#666666;fillColor=#f5f5f5;align=left;verticalAlign=top;whiteSpace=wrap;spacing=8;fontSize=12;overflow=fill;" parent="ModularMLP" vertex="1" connectable="0">
                    <mxGeometry y="50" width="330" height="85" as="geometry"/>
                </mxCell>
                <mxCell id="BeamDataset" value="&lt;&lt;external env&gt;&gt;&lt;br&gt;&lt;b&gt;BeamDataset&lt;/b&gt;" style="swimlane;html=1;whiteSpace=wrap;collapsible=0;recursiveResize=0;childLayout=stackLayout;horizontal=1;startSize=50;align=center;verticalAlign=top;spacing=8;fontStyle=1;fillColor=#f5f5f5;strokeColor=#666666;fontSize=12;fontColor=#333333;" parent="1" vertex="1">
                    <mxGeometry x="-3660" y="4250" width="330" height="130" as="geometry"/>
                </mxCell>
                <mxCell id="BeamDataset_body" value="&lt;b&gt;role&lt;/b&gt;&lt;br&gt;+ provides offline beam samples&lt;br&gt;+ seed data for surrogate updates&lt;hr&gt;&lt;b&gt;source&lt;/b&gt;&lt;br&gt;+ env/dataset/dataset.py" style="text;html=1;strokeColor=#666666;fillColor=#f5f5f5;align=left;verticalAlign=top;whiteSpace=wrap;spacing=8;fontSize=12;overflow=fill;" parent="BeamDataset" vertex="1" connectable="0">
                    <mxGeometry y="50" width="330" height="80" as="geometry"/>
                </mxCell>
                <mxCell id="AdigeConfig" value="&lt;&lt;module&gt;&gt;&lt;br&gt;&lt;b&gt;config.adige&lt;/b&gt;" style="swimlane;html=1;whiteSpace=wrap;collapsible=0;recursiveResize=0;childLayout=stackLayout;horizontal=1;startSize=50;align=center;verticalAlign=top;spacing=8;fontStyle=1;fillColor=#f5f5f5;strokeColor=#666666;fontSize=12;fontColor=#333333;" parent="1" vertex="1">
                    <mxGeometry x="-2430" y="4690" width="330" height="220" as="geometry"/>
                </mxCell>
                <mxCell id="AdigeConfig_body" value="&lt;b&gt;constants&lt;/b&gt;&lt;br&gt;+ PARAM_KEYS / N_PARAMS&lt;br&gt;+ BEAM_STATE_DIM / N_STAGES&lt;br&gt;+ STAGE_PARAM_SIZES&lt;br&gt;+ OBSERVATION_STAGE_MASK&lt;br&gt;&lt;hr&gt;&lt;b&gt;functions&lt;/b&gt;&lt;br&gt;+ observation_dim()&lt;br&gt;+ default_params() / sensitivity_vec()&lt;br&gt;+ action_step_vec() / reset_std_vec()&lt;br&gt;+ action_bounds() / score_tensor(...)&lt;br&gt;+ select_observation_stages_tensor(...)" style="text;html=1;strokeColor=#666666;fillColor=#f5f5f5;align=left;verticalAlign=top;whiteSpace=wrap;spacing=8;fontSize=12;overflow=fill;" parent="AdigeConfig" vertex="1" connectable="0">
                    <mxGeometry y="50" width="330" height="170" as="geometry"/>
                </mxCell>
                <mxCell id="SurrogateDatasetUpdater" value="&lt;&lt;external env&gt;&gt;&lt;br&gt;&lt;b&gt;SurrogateDatasetUpdater&lt;/b&gt;" style="swimlane;html=1;whiteSpace=wrap;collapsible=0;recursiveResize=0;childLayout=stackLayout;horizontal=1;startSize=50;align=center;verticalAlign=top;spacing=8;fontStyle=1;fillColor=#f5f5f5;strokeColor=#666666;fontSize=12;fontColor=#333333;" parent="1" vertex="1">
                    <mxGeometry x="-3685" y="3770" width="380" height="215" as="geometry"/>
                </mxCell>
                <mxCell id="SurrogateDatasetUpdater_body" value="&lt;b&gt;attributes&lt;/b&gt;&lt;br&gt;+ surrogates&lt;br&gt;+ offline_dataset&lt;br&gt;+ online samples / optimizers&lt;br&gt;&lt;hr&gt;&lt;b&gt;methods&lt;/b&gt;&lt;br&gt;+ add_tracewin_result(...)&lt;br&gt;+ update_if_ready()&lt;br&gt;+ save_merged_dataset(path)&lt;br&gt;+ save_surrogates(output_dir)&lt;br&gt;+ n_online_samples [property]" style="text;html=1;strokeColor=#666666;fillColor=#f5f5f5;align=left;verticalAlign=top;whiteSpace=wrap;spacing=8;fontSize=12;overflow=fill;" parent="SurrogateDatasetUpdater" vertex="1" connectable="0">
                    <mxGeometry y="50" width="380" height="165" as="geometry"/>
                </mxCell>
                <mxCell id="BeamSimulationResult" value="&lt;&lt;external env&gt;&gt;&lt;br&gt;&lt;b&gt;BeamSimulationResult&lt;/b&gt;" style="swimlane;html=1;whiteSpace=wrap;collapsible=0;recursiveResize=0;childLayout=stackLayout;horizontal=1;startSize=50;align=center;verticalAlign=top;spacing=8;fontStyle=1;fillColor=#f5f5f5;strokeColor=#666666;fontSize=12;fontColor=#333333;" parent="1" vertex="1">
                    <mxGeometry x="-1130" y="3802.5" width="330" height="150" as="geometry"/>
                </mxCell>
                <mxCell id="BeamSimulationResult_body" value="&lt;b&gt;role&lt;/b&gt;&lt;br&gt;+ real TraceWin result passed via info[&quot;sim_result&quot;]&lt;br&gt;+ source data for online surrogate fine-tuning&lt;hr&gt;&lt;b&gt;source&lt;/b&gt;&lt;br&gt;+ env/simulation.py" style="text;html=1;strokeColor=#666666;fillColor=#f5f5f5;align=left;verticalAlign=top;whiteSpace=wrap;spacing=8;fontSize=12;overflow=fill;" parent="BeamSimulationResult" vertex="1" connectable="0">
                    <mxGeometry y="50" width="330" height="100" as="geometry"/>
                </mxCell>
                <mxCell id="GaussianPolicyNetwork" value="&lt;&lt;torch.nn.Module&gt;&gt;&lt;br&gt;&lt;b&gt;stocActor&lt;/b&gt;&lt;br&gt;(GaussianPolicyNetwork)" style="swimlane;html=1;whiteSpace=wrap;collapsible=0;recursiveResize=0;childLayout=stackLayout;horizontal=1;startSize=68;align=center;verticalAlign=top;spacing=8;fontStyle=1;fillColor=#f8cecc;strokeColor=#b85450;fontSize=12;fontColor=#333333;" parent="1" vertex="1">
                    <mxGeometry x="-190" y="160" width="330" height="260" as="geometry"/>
                </mxCell>
                <mxCell id="GaussianPolicyNetwork_body" value="&lt;b&gt;attributes&lt;/b&gt;&lt;br&gt;+ action_min / action_max [buffers]&lt;br&gt;+ input_layer / hidden_layers&lt;br&gt;+ mean_layer / log_std_layer&lt;br&gt;&lt;hr&gt;&lt;b&gt;methods&lt;/b&gt;&lt;br&gt;+ forward(state) : mean, log_std&lt;br&gt;+ full_pass(state) : action, log_prob, tanh_a, mean, log_std&lt;br&gt;+ log_prob(states, actions) : Tensor&lt;br&gt;+ select_action(state)&lt;br&gt;+ select_greedy_action(state)" style="text;html=1;strokeColor=#b85450;fillColor=#f8cecc;align=left;verticalAlign=top;whiteSpace=wrap;spacing=8;fontSize=12;overflow=fill;" parent="GaussianPolicyNetwork" vertex="1" connectable="0">
                    <mxGeometry y="68" width="330" height="192" as="geometry"/>
                </mxCell>
                <mxCell id="DeterministicPolicyNetwork" value="&lt;&lt;torch.nn.Module&gt;&gt;&lt;br&gt;&lt;b&gt;detActor&lt;/b&gt;&lt;br&gt;(DeterministicPolicyNetwork)" style="swimlane;html=1;whiteSpace=wrap;collapsible=0;recursiveResize=0;childLayout=stackLayout;horizontal=1;startSize=68;align=center;verticalAlign=top;spacing=8;fontStyle=1;fillColor=#f8cecc;strokeColor=#b85450;fontSize=12;fontColor=#333333;" parent="1" vertex="1">
                    <mxGeometry x="-130" y="1608" width="330" height="170" as="geometry"/>
                </mxCell>
                <mxCell id="DeterministicPolicyNetwork_body" value="&lt;b&gt;attributes&lt;/b&gt;&lt;br&gt;+ action_min / action_max&lt;br&gt;+ input_layer / hidden_layers&lt;br&gt;+ output_layer&lt;br&gt;&lt;hr&gt;&lt;b&gt;methods&lt;/b&gt;&lt;br&gt;+ forward(state) : Tensor&lt;br&gt;+ select_action(state) : ndarray" style="text;html=1;strokeColor=#b85450;fillColor=#f8cecc;align=left;verticalAlign=top;whiteSpace=wrap;spacing=8;fontSize=12;overflow=fill;" parent="DeterministicPolicyNetwork" vertex="1" connectable="0">
                    <mxGeometry y="68" width="330" height="102" as="geometry"/>
                </mxCell>
                <mxCell id="e1" value="policy" style="html=1;rounded=0;edgeStyle=orthogonalEdgeStyle;startArrow=diamond;startFill=1;endArrow=open;exitX=0.75;exitY=1;exitDx=0;exitDy=0;entryX=0;entryY=0.5;entryDx=0;entryDy=0;" parent="1" source="REINFORCE" target="GaussianPolicyNetwork" edge="1">
                    <mxGeometry x="-0.8101" relative="1" as="geometry">
                        <mxPoint x="-190" y="300" as="targetPoint"/>
                        <Array as="points">
                            <mxPoint x="-1435" y="145"/>
                            <mxPoint x="-440" y="145"/>
                            <mxPoint x="-440" y="290"/>
                        </Array>
                        <mxPoint as="offset"/>
                    </mxGeometry>
                </mxCell>
                <mxCell id="e2" value="trajectory" style="html=1;rounded=0;edgeStyle=orthogonalEdgeStyle;startArrow=diamond;startFill=1;endArrow=open;" parent="1" source="REINFORCE" target="EpisodeBuffer" edge="1">
                    <mxGeometry x="-0.7455" relative="1" as="geometry">
                        <Array as="points">
                            <mxPoint x="-1800" y="-120"/>
                        </Array>
                        <mxPoint as="offset"/>
                    </mxGeometry>
                </mxCell>
                <mxCell id="e3" value="policy" style="html=1;rounded=0;edgeStyle=orthogonalEdgeStyle;startArrow=diamond;startFill=1;endArrow=open;exitX=0.75;exitY=1;exitDx=0;exitDy=0;entryX=0;entryY=0.5;entryDx=0;entryDy=0;" parent="1" source="A2C" target="GaussianPolicyNetwork" edge="1">
                    <mxGeometry x="-0.8251" relative="1" as="geometry">
                        <Array as="points">
                            <mxPoint x="-1445" y="420"/>
                            <mxPoint x="-440" y="420"/>
                            <mxPoint x="-440" y="290"/>
                        </Array>
                        <mxPoint x="1" as="offset"/>
                    </mxGeometry>
                </mxCell>
                <mxCell id="e4" value="critic" style="html=1;rounded=0;edgeStyle=orthogonalEdgeStyle;startArrow=diamond;startFill=1;endArrow=open;exitX=0.25;exitY=1;exitDx=0;exitDy=0;" parent="1" source="A2C" target="ValueNetwork" edge="1">
                    <mxGeometry x="-0.8427" relative="1" as="geometry">
                        <Array as="points">
                            <mxPoint x="-1595" y="420"/>
                            <mxPoint x="-2660" y="420"/>
                        </Array>
                        <mxPoint as="offset"/>
                    </mxGeometry>
                </mxCell>
                <mxCell id="e5" value="trajectory" style="html=1;rounded=0;edgeStyle=orthogonalEdgeStyle;startArrow=diamond;startFill=1;endArrow=open;exitX=0;exitY=0.5;exitDx=0;exitDy=0;" parent="1" source="A2C" target="EpisodeBuffer" edge="1">
                    <mxGeometry x="-0.9152" relative="1" as="geometry">
                        <Array as="points">
                            <mxPoint x="-1800" y="255"/>
                            <mxPoint x="-1800" y="-540"/>
                        </Array>
                        <mxPoint as="offset"/>
                    </mxGeometry>
                </mxCell>
                <mxCell id="e6" value="policy" style="html=1;rounded=0;edgeStyle=orthogonalEdgeStyle;startArrow=diamond;startFill=1;endArrow=open;exitX=0.75;exitY=1;exitDx=0;exitDy=0;" parent="1" source="PPO" target="GaussianPolicyNetwork" edge="1">
                    <mxGeometry x="-0.8641" relative="1" as="geometry">
                        <Array as="points">
                            <mxPoint x="-1455" y="780"/>
                            <mxPoint x="-25" y="780"/>
                        </Array>
                        <mxPoint x="-1" as="offset"/>
                    </mxGeometry>
                </mxCell>
                <mxCell id="e7" value="critic" style="html=1;rounded=0;edgeStyle=orthogonalEdgeStyle;startArrow=diamond;startFill=1;endArrow=open;exitX=0.25;exitY=1;exitDx=0;exitDy=0;entryX=1;entryY=0.5;entryDx=0;entryDy=0;" parent="1" source="PPO" target="ValueNetwork" edge="1">
                    <mxGeometry x="-0.7831" relative="1" as="geometry">
                        <Array as="points">
                            <mxPoint x="-1605" y="780"/>
                            <mxPoint x="-2100" y="780"/>
                            <mxPoint x="-2100" y="950"/>
                        </Array>
                        <mxPoint as="offset"/>
                    </mxGeometry>
                </mxCell>
                <mxCell id="e8" value="trajectory" style="html=1;rounded=0;edgeStyle=orthogonalEdgeStyle;startArrow=diamond;startFill=1;endArrow=open;exitX=0;exitY=0.5;exitDx=0;exitDy=0;" parent="1" source="PPO" target="EpisodeBuffer" edge="1">
                    <mxGeometry x="-0.9162" y="-10" relative="1" as="geometry">
                        <Array as="points">
                            <mxPoint x="-1800" y="610"/>
                            <mxPoint x="-1800" y="-540"/>
                        </Array>
                        <mxPoint x="-1" as="offset"/>
                    </mxGeometry>
                </mxCell>
                <mxCell id="e9" value="policy" style="html=1;rounded=0;edgeStyle=orthogonalEdgeStyle;startArrow=diamond;startFill=1;endArrow=open;exitX=0.75;exitY=1;exitDx=0;exitDy=0;" parent="1" source="TRPO" target="GaussianPolicyNetwork" edge="1">
                    <mxGeometry x="-0.912" relative="1" as="geometry">
                        <Array as="points">
                            <mxPoint x="-1455" y="1110"/>
                            <mxPoint x="-25" y="1110"/>
                        </Array>
                        <mxPoint as="offset"/>
                    </mxGeometry>
                </mxCell>
                <mxCell id="e10" value="critic" style="html=1;rounded=0;edgeStyle=orthogonalEdgeStyle;startArrow=diamond;startFill=1;endArrow=open;exitX=0.25;exitY=1;exitDx=0;exitDy=0;" parent="1" source="TRPO" target="ValueNetwork" edge="1">
                    <mxGeometry x="-0.8374" relative="1" as="geometry">
                        <Array as="points">
                            <mxPoint x="-1605" y="1110"/>
                            <mxPoint x="-2100" y="1110"/>
                            <mxPoint x="-2100" y="950"/>
                        </Array>
                        <mxPoint as="offset"/>
                    </mxGeometry>
                </mxCell>
                <mxCell id="e11" value="trajectory" style="html=1;rounded=0;edgeStyle=orthogonalEdgeStyle;startArrow=diamond;startFill=1;endArrow=open;exitX=0;exitY=0.5;exitDx=0;exitDy=0;" parent="1" source="TRPO" target="EpisodeBuffer" edge="1">
                    <mxGeometry x="-0.9204" relative="1" as="geometry">
                        <mxPoint x="-1740" y="1020" as="sourcePoint"/>
                        <Array as="points">
                            <mxPoint x="-1800" y="950"/>
                            <mxPoint x="-1800" y="-540"/>
                        </Array>
                        <mxPoint as="offset"/>
                    </mxGeometry>
                </mxCell>
                <mxCell id="e12" value="trust-region math" style="html=1;rounded=0;edgeStyle=orthogonalEdgeStyle;endArrow=open;dashed=1;" parent="1" source="TRPO" target="TRPOUtils" edge="1">
                    <mxGeometry relative="1" as="geometry"/>
                </mxCell>
                <mxCell id="e13" value="actor + target" style="html=1;rounded=0;edgeStyle=orthogonalEdgeStyle;startArrow=diamond;startFill=1;endArrow=open;exitX=0.75;exitY=1;exitDx=0;exitDy=0;entryX=0;entryY=0.5;entryDx=0;entryDy=0;" parent="1" source="DDPG" target="DeterministicPolicyNetwork" edge="1">
                    <mxGeometry x="-0.8727" relative="1" as="geometry">
                        <Array as="points">
                            <mxPoint x="-1425" y="1530"/>
                            <mxPoint x="-440" y="1530"/>
                            <mxPoint x="-440" y="1700"/>
                        </Array>
                        <mxPoint as="offset"/>
                    </mxGeometry>
                </mxCell>
                <mxCell id="e14" value="critic + target" style="html=1;rounded=0;edgeStyle=orthogonalEdgeStyle;startArrow=diamond;startFill=1;endArrow=open;exitX=0.25;exitY=1;exitDx=0;exitDy=0;" parent="1" source="DDPG" target="QNetwork" edge="1">
                    <mxGeometry x="-0.7029" relative="1" as="geometry">
                        <Array as="points">
                            <mxPoint x="-1575" y="1540"/>
                        </Array>
                        <mxPoint as="offset"/>
                    </mxGeometry>
                </mxCell>
                <mxCell id="e15" value="transitions" style="html=1;rounded=0;edgeStyle=orthogonalEdgeStyle;startArrow=diamond;startFill=1;endArrow=open;" parent="1" source="DDPG" target="ReplayBuffer" edge="1">
                    <mxGeometry x="-0.9007" relative="1" as="geometry">
                        <Array as="points">
                            <mxPoint x="-1820" y="1428"/>
                        </Array>
                        <mxPoint as="offset"/>
                    </mxGeometry>
                </mxCell>
                <mxCell id="e16" value="exploration" style="html=1;rounded=0;edgeStyle=orthogonalEdgeStyle;startArrow=diamond;startFill=1;endArrow=open;" parent="1" source="DDPG" target="NormalNoiseDecayStrategy" edge="1">
                    <mxGeometry relative="1" as="geometry"/>
                </mxCell>
                <mxCell id="e17" value="actor + target" style="html=1;rounded=0;edgeStyle=orthogonalEdgeStyle;startArrow=diamond;startFill=1;endArrow=open;exitX=0.75;exitY=1;exitDx=0;exitDy=0;entryX=0;entryY=0.5;entryDx=0;entryDy=0;" parent="1" source="TD3" target="DeterministicPolicyNetwork" edge="1">
                    <mxGeometry x="-0.8682" relative="1" as="geometry">
                        <mxPoint x="-80" y="1710" as="targetPoint"/>
                        <Array as="points">
                            <mxPoint x="-1435" y="1890"/>
                            <mxPoint x="-440" y="1890"/>
                            <mxPoint x="-440" y="1700"/>
                            <mxPoint x="-130" y="1700"/>
                        </Array>
                        <mxPoint as="offset"/>
                    </mxGeometry>
                </mxCell>
                <mxCell id="e18" value="twin critic + target" style="html=1;rounded=0;edgeStyle=orthogonalEdgeStyle;startArrow=diamond;startFill=1;endArrow=open;exitX=0.25;exitY=1;exitDx=0;exitDy=0;" parent="1" source="TD3" target="TwinQNetwork" edge="1">
                    <mxGeometry x="-0.5041" relative="1" as="geometry">
                        <mxPoint as="offset"/>
                    </mxGeometry>
                </mxCell>
                <mxCell id="e19" value="transitions" style="html=1;rounded=0;edgeStyle=orthogonalEdgeStyle;startArrow=diamond;startFill=1;endArrow=open;" parent="1" source="TD3" target="ReplayBuffer" edge="1">
                    <mxGeometry x="-0.8809" relative="1" as="geometry">
                        <Array as="points">
                            <mxPoint x="-1820" y="1696"/>
                        </Array>
                        <mxPoint as="offset"/>
                    </mxGeometry>
                </mxCell>
                <mxCell id="e20" value="policy" style="html=1;rounded=0;edgeStyle=orthogonalEdgeStyle;startArrow=diamond;startFill=1;endArrow=open;exitX=0.75;exitY=1;exitDx=0;exitDy=0;" parent="1" source="SAC" target="GaussianPolicyNetwork" edge="1">
                    <mxGeometry x="-0.9411" relative="1" as="geometry">
                        <Array as="points">
                            <mxPoint x="-1435" y="2280"/>
                            <mxPoint x="280" y="2280"/>
                            <mxPoint x="280" y="290"/>
                        </Array>
                        <mxPoint x="-1" as="offset"/>
                    </mxGeometry>
                </mxCell>
                <mxCell id="e21" value="critic1/critic2 + targets" style="html=1;rounded=0;edgeStyle=orthogonalEdgeStyle;startArrow=diamond;startFill=1;endArrow=open;exitX=0.25;exitY=1;exitDx=0;exitDy=0;" parent="1" source="SAC" target="QNetwork" edge="1">
                    <mxGeometry x="-0.8521" relative="1" as="geometry">
                        <Array as="points">
                            <mxPoint x="-1585" y="2280"/>
                            <mxPoint x="-2680" y="2280"/>
                        </Array>
                        <mxPoint x="-1" as="offset"/>
                    </mxGeometry>
                </mxCell>
                <mxCell id="e22" value="transitions" style="html=1;rounded=0;edgeStyle=orthogonalEdgeStyle;startArrow=diamond;startFill=1;endArrow=open;exitX=0;exitY=0.5;exitDx=0;exitDy=0;" parent="1" source="SAC" target="ReplayBuffer" edge="1">
                    <mxGeometry x="-0.8511" y="-5" relative="1" as="geometry">
                        <Array as="points">
                            <mxPoint x="-1820" y="2100"/>
                        </Array>
                        <mxPoint as="offset"/>
                    </mxGeometry>
                </mxCell>
                <mxCell id="e23" value="wraps" style="html=1;rounded=0;edgeStyle=orthogonalEdgeStyle;startArrow=diamond;startFill=0;endArrow=open;" parent="1" source="SB3SAC" target="StableBaselinesSAC" edge="1">
                    <mxGeometry relative="1" as="geometry"/>
                </mxCell>
                <mxCell id="e24" value="training callback" style="html=1;rounded=0;edgeStyle=orthogonalEdgeStyle;startArrow=diamond;startFill=1;endArrow=open;" parent="1" source="SB3SAC" target="BestScoreCallback" edge="1">
                    <mxGeometry relative="1" as="geometry"/>
                </mxCell>
                <mxCell id="e25" style="html=1;rounded=0;edgeStyle=orthogonalEdgeStyle;endArrow=block;endFill=0;" parent="1" source="BestScoreCallback" target="BaseCallback" edge="1">
                    <mxGeometry relative="1" as="geometry"/>
                </mxCell>
                <mxCell id="e26" value="real_buffer + synth_buffer" style="html=1;rounded=0;edgeStyle=orthogonalEdgeStyle;startArrow=diamond;startFill=1;endArrow=open;" parent="1" source="MixedReplayBuffer" target="ReplayBuffer" edge="1">
                    <mxGeometry relative="1" as="geometry"/>
                </mxCell>
                <mxCell id="e27" value="replaces agent.replay" style="html=1;rounded=0;edgeStyle=orthogonalEdgeStyle;startArrow=diamond;startFill=1;endArrow=open;" parent="1" source="MBPO" target="MixedReplayBuffer" edge="1">
                    <mxGeometry relative="1" as="geometry"/>
                </mxCell>
                <mxCell id="e35" style="html=1;rounded=0;edgeStyle=orthogonalEdgeStyle;endArrow=block;endFill=0;" parent="1" source="MBPOWithModelUpdate" target="MBPO" edge="1">
                    <mxGeometry relative="1" as="geometry"/>
                </mxCell>
                <mxCell id="e40" value="policy" style="html=1;rounded=0;edgeStyle=orthogonalEdgeStyle;startArrow=diamond;startFill=1;endArrow=open;exitX=0.75;exitY=1;exitDx=0;exitDy=0;" parent="1" source="SVGAgent" target="GaussianPolicyNetwork" edge="1">
                    <mxGeometry x="-0.9401" relative="1" as="geometry">
                        <mxPoint x="-1360.000000000001" y="4296.000000000001" as="sourcePoint"/>
                        <mxPoint x="140" y="430.00000000000045" as="targetPoint"/>
                        <Array as="points">
                            <mxPoint x="-1465" y="4430"/>
                            <mxPoint x="-1465" y="4470"/>
                            <mxPoint x="280" y="4470"/>
                            <mxPoint x="280" y="290"/>
                        </Array>
                        <mxPoint x="1" as="offset"/>
                    </mxGeometry>
                </mxCell>
                <mxCell id="e43" value="returns" style="html=1;rounded=0;edgeStyle=orthogonalEdgeStyle;endArrow=open;" parent="1" source="SVGAgent" target="SVGResult" edge="1">
-                     <mxGeometry relative="1" as="geometry"/>
-                 </mxCell>
-                 <mxCell id="e44" value="calls" style="html=1;rounded=0;edgeStyle=orthogonalEdgeStyle;endArrow=open;" parent="1" source="PSOOptimizer" target="ObjectiveFunction" edge="1">
-                     <mxGeometry relative="1" as="geometry"/>
-                 </mxCell>
-                 <mxCell id="e45" value="returns" style="html=1;rounded=0;edgeStyle=orthogonalEdgeStyle;endArrow=open;" parent="1" source="PSOOptimizer" target="PSOResult" edge="1">
                    <mxGeometry relative="1" as="geometry"/>
                </mxCell>
                <mxCell id="e46" value="calls" style="html=1;rounded=0;edgeStyle=orthogonalEdgeStyle;endArrow=open;" parent="1" source="BayesianOptimizer" target="ObjectiveFunction" edge="1">
                    <mxGeometry relative="1" as="geometry"/>
                </mxCell>
                <mxCell id="e47" value="returns" style="html=1;rounded=0;edgeStyle=orthogonalEdgeStyle;endArrow=open;" parent="1" source="BayesianOptimizer" target="BOResult" edge="1">
                    <mxGeometry relative="1" as="geometry"/>
                </mxCell>
                <mxCell id="e48" value="synthetic_env" style="html=1;rounded=0;edgeStyle=orthogonalEdgeStyle;startArrow=diamond;startFill=1;endArrow=open;" parent="1" source="MBPO" target="SurrogateEnv" edge="1">
                    <mxGeometry relative="1" as="geometry"/>
                </mxCell>
                <mxCell id="e49" value="ensemble" style="html=1;rounded=0;edgeStyle=orthogonalEdgeStyle;startArrow=diamond;startFill=0;endArrow=open;" parent="1" source="SurrogateBeamSimulator" target="ModularMLP" edge="1">
                    <mxGeometry relative="1" as="geometry"/>
                </mxCell>
                <mxCell id="e50" value="beam0 samples" style="html=1;rounded=0;edgeStyle=orthogonalEdgeStyle;startArrow=diamond;startFill=0;endArrow=open;" parent="1" source="SurrogateBeamSimulator" target="BeamDataset" edge="1">
                    <mxGeometry relative="1" as="geometry">
                        <Array as="points">
                            <mxPoint x="-2930" y="4310"/>
                        </Array>
                    </mxGeometry>
                </mxCell>
                <mxCell id="e51" value="uses simulator" style="html=1;rounded=0;edgeStyle=orthogonalEdgeStyle;endArrow=open;dashed=1;exitX=0;exitY=0.5;exitDx=0;exitDy=0;" parent="1" source="SurrogateEnv" target="SurrogateBeamSimulator" edge="1">
                    <mxGeometry relative="1" as="geometry"/>
                </mxCell>
                <mxCell id="e52" value="action/reset/obs config" style="html=1;rounded=0;edgeStyle=orthogonalEdgeStyle;endArrow=open;dashed=1;" parent="1" source="SurrogateEnv" target="AdigeConfig" edge="1">
                    <mxGeometry x="-0.922" relative="1" as="geometry">
                        <Array as="points">
                            <mxPoint x="-2470" y="4580"/>
                            <mxPoint x="-2265" y="4580"/>
                        </Array>
                        <mxPoint as="offset"/>
                    </mxGeometry>
                </mxCell>
                <mxCell id="e53" value="env" style="html=1;rounded=0;edgeStyle=orthogonalEdgeStyle;startArrow=diamond;startFill=1;endArrow=open;" parent="1" source="SVGAgent" target="DifferentiableSurrogateEnv" edge="1">
                    <mxGeometry relative="1" as="geometry"/>
                </mxCell>
                <mxCell id="e54a" value="returns torch state" style="html=1;rounded=0;edgeStyle=orthogonalEdgeStyle;endArrow=open;" parent="1" source="DifferentiableSurrogateEnv" target="DifferentiableBeamState" edge="1">
                    <mxGeometry relative="1" as="geometry"/>
                </mxCell>
                <mxCell id="e54b" value="uses inherited simulator" style="html=1;rounded=0;edgeStyle=orthogonalEdgeStyle;endArrow=open;dashed=1;" parent="1" source="DifferentiableSurrogateEnv" target="SurrogateBeamSimulator" edge="1">
                    <mxGeometry x="-0.8939" relative="1" as="geometry">
                        <Array as="points">
                            <mxPoint x="-2930" y="4310"/>
                        </Array>
                        <mxPoint as="offset"/>
                    </mxGeometry>
                </mxCell>
                <mxCell id="e54c" value="torch obs + score helpers" style="html=1;rounded=0;edgeStyle=orthogonalEdgeStyle;endArrow=open;dashed=1;" parent="1" source="DifferentiableSurrogateEnv" target="AdigeConfig" edge="1">
                    <mxGeometry x="-0.7698" y="-10" relative="1" as="geometry">
                        <Array as="points">
                            <mxPoint x="-2100" y="4580"/>
                            <mxPoint x="-2265" y="4580"/>
                        </Array>
                        <mxPoint y="1" as="offset"/>
                    </mxGeometry>
                </mxCell>
                <mxCell id="e55" value="updater" style="html=1;rounded=0;edgeStyle=orthogonalEdgeStyle;startArrow=diamond;startFill=1;endArrow=open;" parent="1" source="MBPOWithModelUpdate" target="SurrogateDatasetUpdater" edge="1">
                    <mxGeometry relative="1" as="geometry"/>
                </mxCell>
                <mxCell id="e56" value="optional sim_result" style="html=1;rounded=0;edgeStyle=orthogonalEdgeStyle;endArrow=open;dashed=1;" parent="1" source="MBPOWithModelUpdate" target="BeamSimulationResult" edge="1">
                    <mxGeometry relative="1" as="geometry"/>
                </mxCell>
                <mxCell id="e57" value="fine-tunes" style="html=1;rounded=0;edgeStyle=orthogonalEdgeStyle;startArrow=diamond;startFill=0;endArrow=open;" parent="1" source="SurrogateDatasetUpdater" target="ModularMLP" edge="1">
                    <mxGeometry relative="1" as="geometry"/>
                </mxCell>
                <mxCell id="e58" value="offline seed" style="html=1;rounded=0;edgeStyle=orthogonalEdgeStyle;startArrow=diamond;startFill=0;endArrow=open;" parent="1" source="SurrogateDatasetUpdater" target="BeamDataset" edge="1">
                    <mxGeometry relative="1" as="geometry"/>
                </mxCell>
                <mxCell id="e60" value="inner agent" style="html=1;rounded=0;edgeStyle=orthogonalEdgeStyle;startArrow=diamond;startFill=0;endArrow=open;dashed=1;exitX=0.25;exitY=1;exitDx=0;exitDy=0;entryX=0.25;entryY=0;entryDx=0;entryDy=0;" parent="1" source="MBPO" target="SAC" edge="1">
                    <mxGeometry x="0.905" relative="1" as="geometry">
                        <mxPoint x="-1655" y="2100" as="targetPoint"/>
                        <Array as="points">
                            <mxPoint x="-1655" y="3680"/>
                            <mxPoint x="-2050" y="3680"/>
                            <mxPoint x="-2050" y="1960"/>
                            <mxPoint x="-1585" y="1960"/>
                        </Array>
                        <mxPoint x="1" as="offset"/>
                    </mxGeometry>
                </mxCell>
                <mxCell id="e61" value="inner agent" style="html=1;rounded=0;edgeStyle=orthogonalEdgeStyle;startArrow=diamond;startFill=0;endArrow=open;dashed=1;exitX=0.25;exitY=1;exitDx=0;exitDy=0;entryX=0.25;entryY=0;entryDx=0;entryDy=0;" parent="1" source="MBPO" target="TD3" edge="1">
                    <mxGeometry x="-0.9363" relative="1" as="geometry">
                        <Array as="points">
                            <mxPoint x="-1655" y="3680"/>
                            <mxPoint x="-2050" y="3680"/>
                            <mxPoint x="-2050" y="1570"/>
                            <mxPoint x="-1585" y="1570"/>
                        </Array>
                        <mxPoint as="offset"/>
                    </mxGeometry>
                </mxCell>
                <mxCell id="BayesianOptimizer" value="&lt;b&gt;BayesianOptimizer&lt;/b&gt;" style="swimlane;html=1;whiteSpace=wrap;collapsible=0;recursiveResize=0;childLayout=stackLayout;horizontal=1;startSize=34;align=center;verticalAlign=top;spacing=8;fontStyle=1;fillColor=#ffe6cc;strokeColor=#d79b00;fontSize=12;fontColor=#333333;" parent="1" vertex="1">
                    <mxGeometry x="-1640" y="6747.5" width="320" height="80" as="geometry"/>
                </mxCell>
                <mxCell id="BayesianOptimizer_body" value="&lt;b&gt;attributes&lt;/b&gt;&lt;br&gt;+ n_calls : int / n_initial : int&lt;br&gt;+ bounds_scale : float&lt;br&gt;+ acq_func : str&lt;br&gt;+ seed&lt;br&gt;+ param_keys / default_values / sensitivity_values&lt;br&gt;&lt;hr&gt;&lt;b&gt;methods&lt;/b&gt;&lt;br&gt;+ optimize(objective) : BOResult" style="text;html=1;strokeColor=#d79b00;fillColor=#ffe6cc;align=left;verticalAlign=top;whiteSpace=wrap;spacing=8;fontSize=12;overflow=fill;" parent="BayesianOptimizer" vertex="1" connectable="0">
                    <mxGeometry y="34" width="320" height="46" as="geometry"/>
                </mxCell>
                <mxCell id="e59" value="gp_minimize / Real" style="html=1;rounded=0;edgeStyle=orthogonalEdgeStyle;endArrow=open;dashed=1;" parent="1" source="BayesianOptimizer" target="Skopt" edge="1">
                    <mxGeometry relative="1" as="geometry"/>
                </mxCell>
                    <mxCell id="AlgoRegistry" value="&lt;b&gt;algorithms/__init__ (registry)&lt;/b&gt;" style="swimlane;html=1;whiteSpace=wrap;collapsible=0;recursiveResize=0;childLayout=stackLayout;horizontal=1;startSize=34;align=center;verticalAlign=top;spacing=8;fontStyle=1;fillColor=#e1d5e7;strokeColor=#9673a6;fontSize=12;fontColor=#333333;" parent="1" vertex="1">
          <mxGeometry x="-1080" y="-710" width="320" height="170" as="geometry" />
        </mxCell>
        <mxCell id="AlgoRegistry_body" value="&lt;b&gt;constants&lt;/b&gt;&lt;br&gt;+ MODEL_FREE_ALGORITHMS&lt;br&gt;+ ON_POLICY_ALGORITHMS&lt;br&gt;&lt;hr&gt;&lt;b&gt;functions&lt;/b&gt;&lt;br&gt;+ make_agent(name, obs_dim, act_dim, bounds, ...)&lt;br&gt;+ load_agent(name, checkpoint, ...)&lt;br&gt;+ is_on_policy(name)&lt;br&gt;&lt;i&gt;used by scripts/train-test-benchmark&lt;/i&gt;" style="text;html=1;strokeColor=#9673a6;fillColor=#e1d5e7;align=left;verticalAlign=top;whiteSpace=wrap;spacing=8;fontSize=12;overflow=fill;" parent="AlgoRegistry" vertex="1" connectable="0">
          <mxGeometry y="34" width="320" height="136" as="geometry" />
        </mxCell>
</root>
        </mxGraphModel>
    </diagram>
</mxfile>
